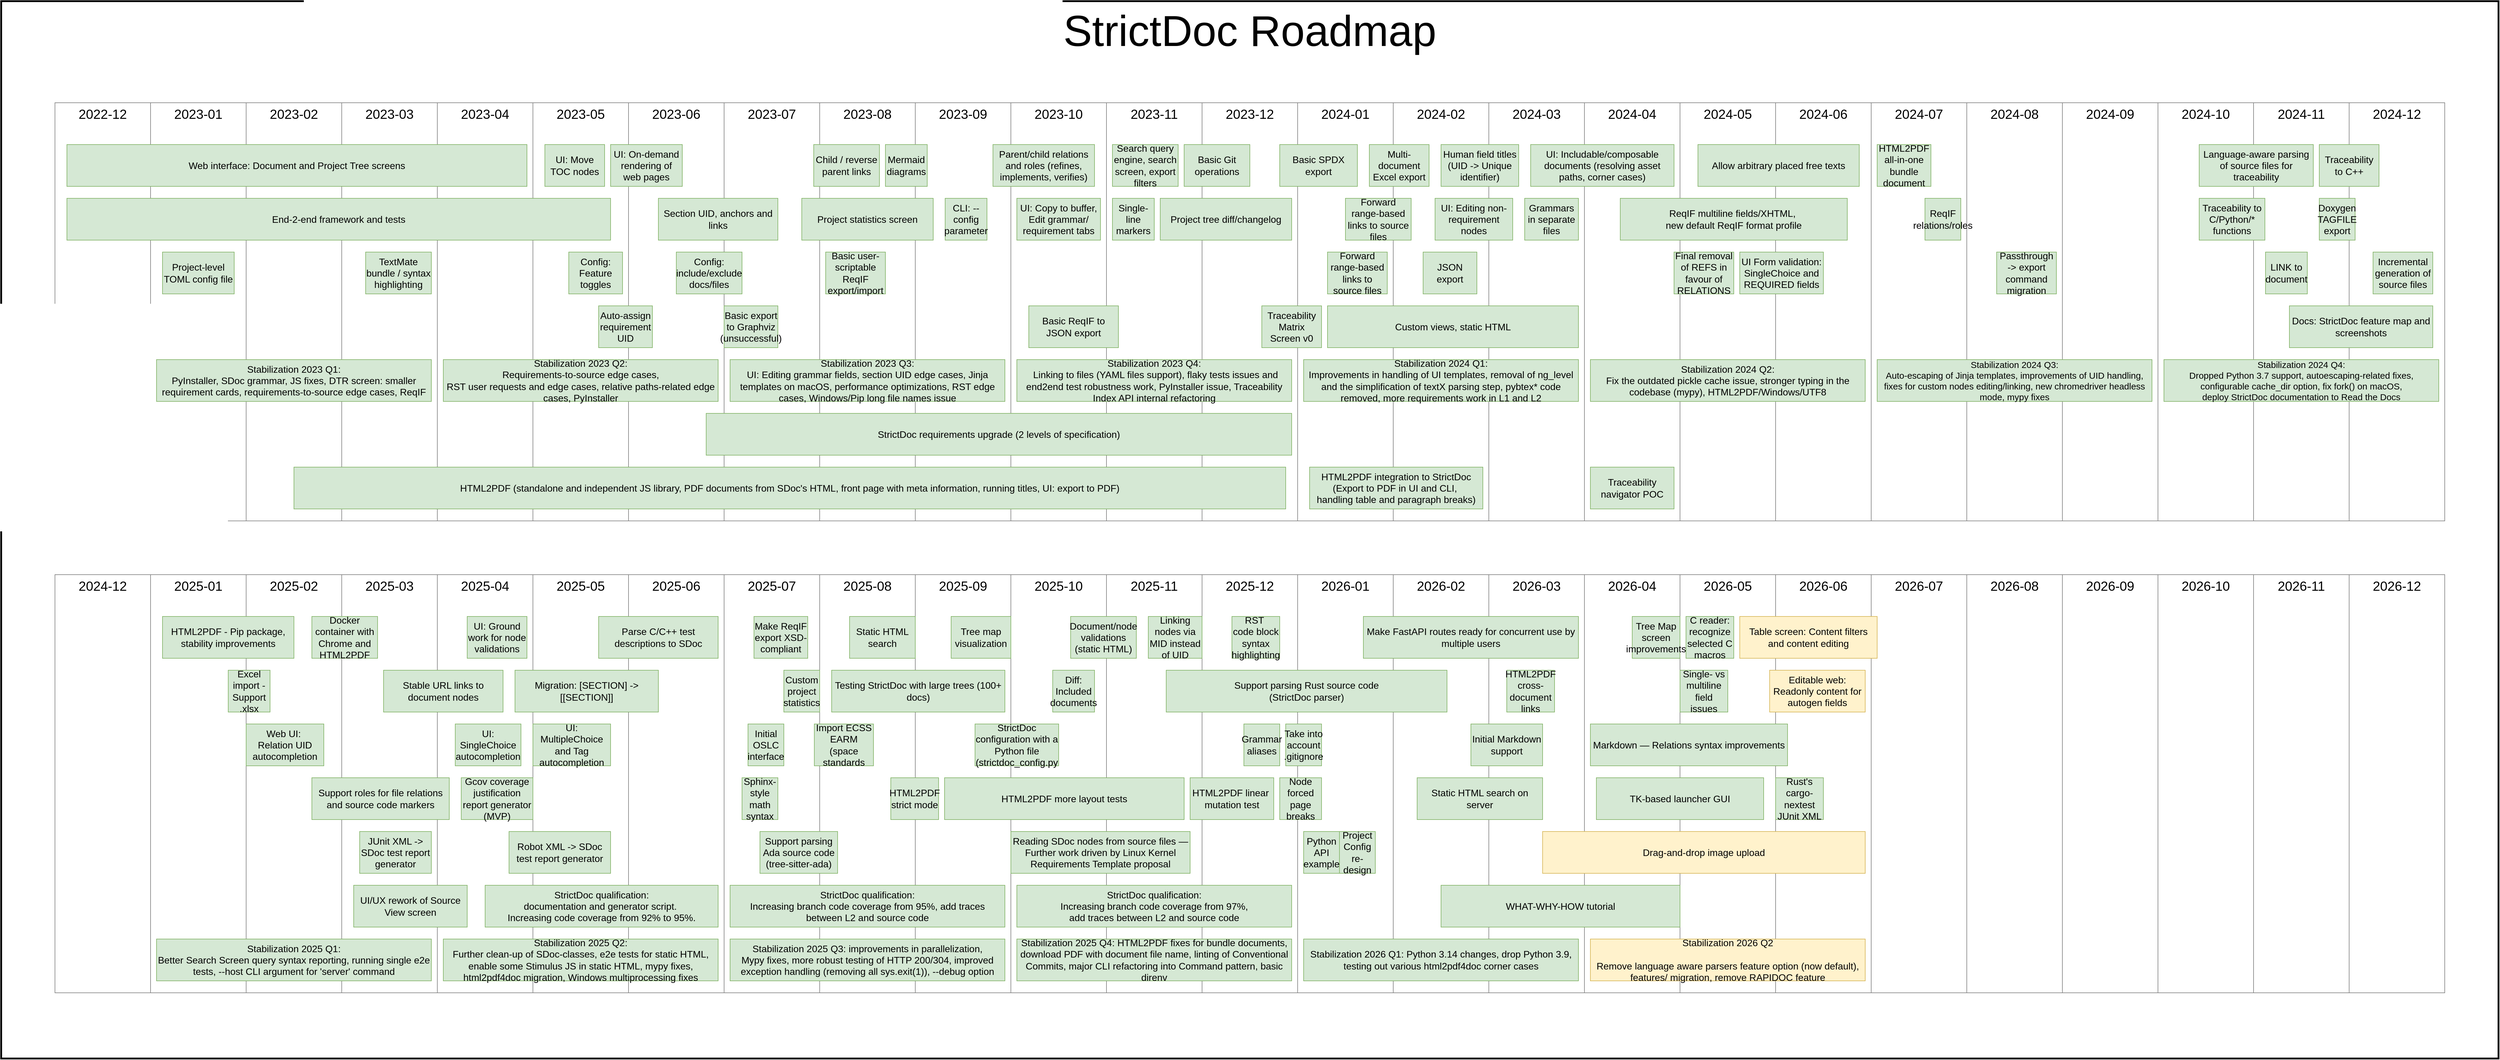
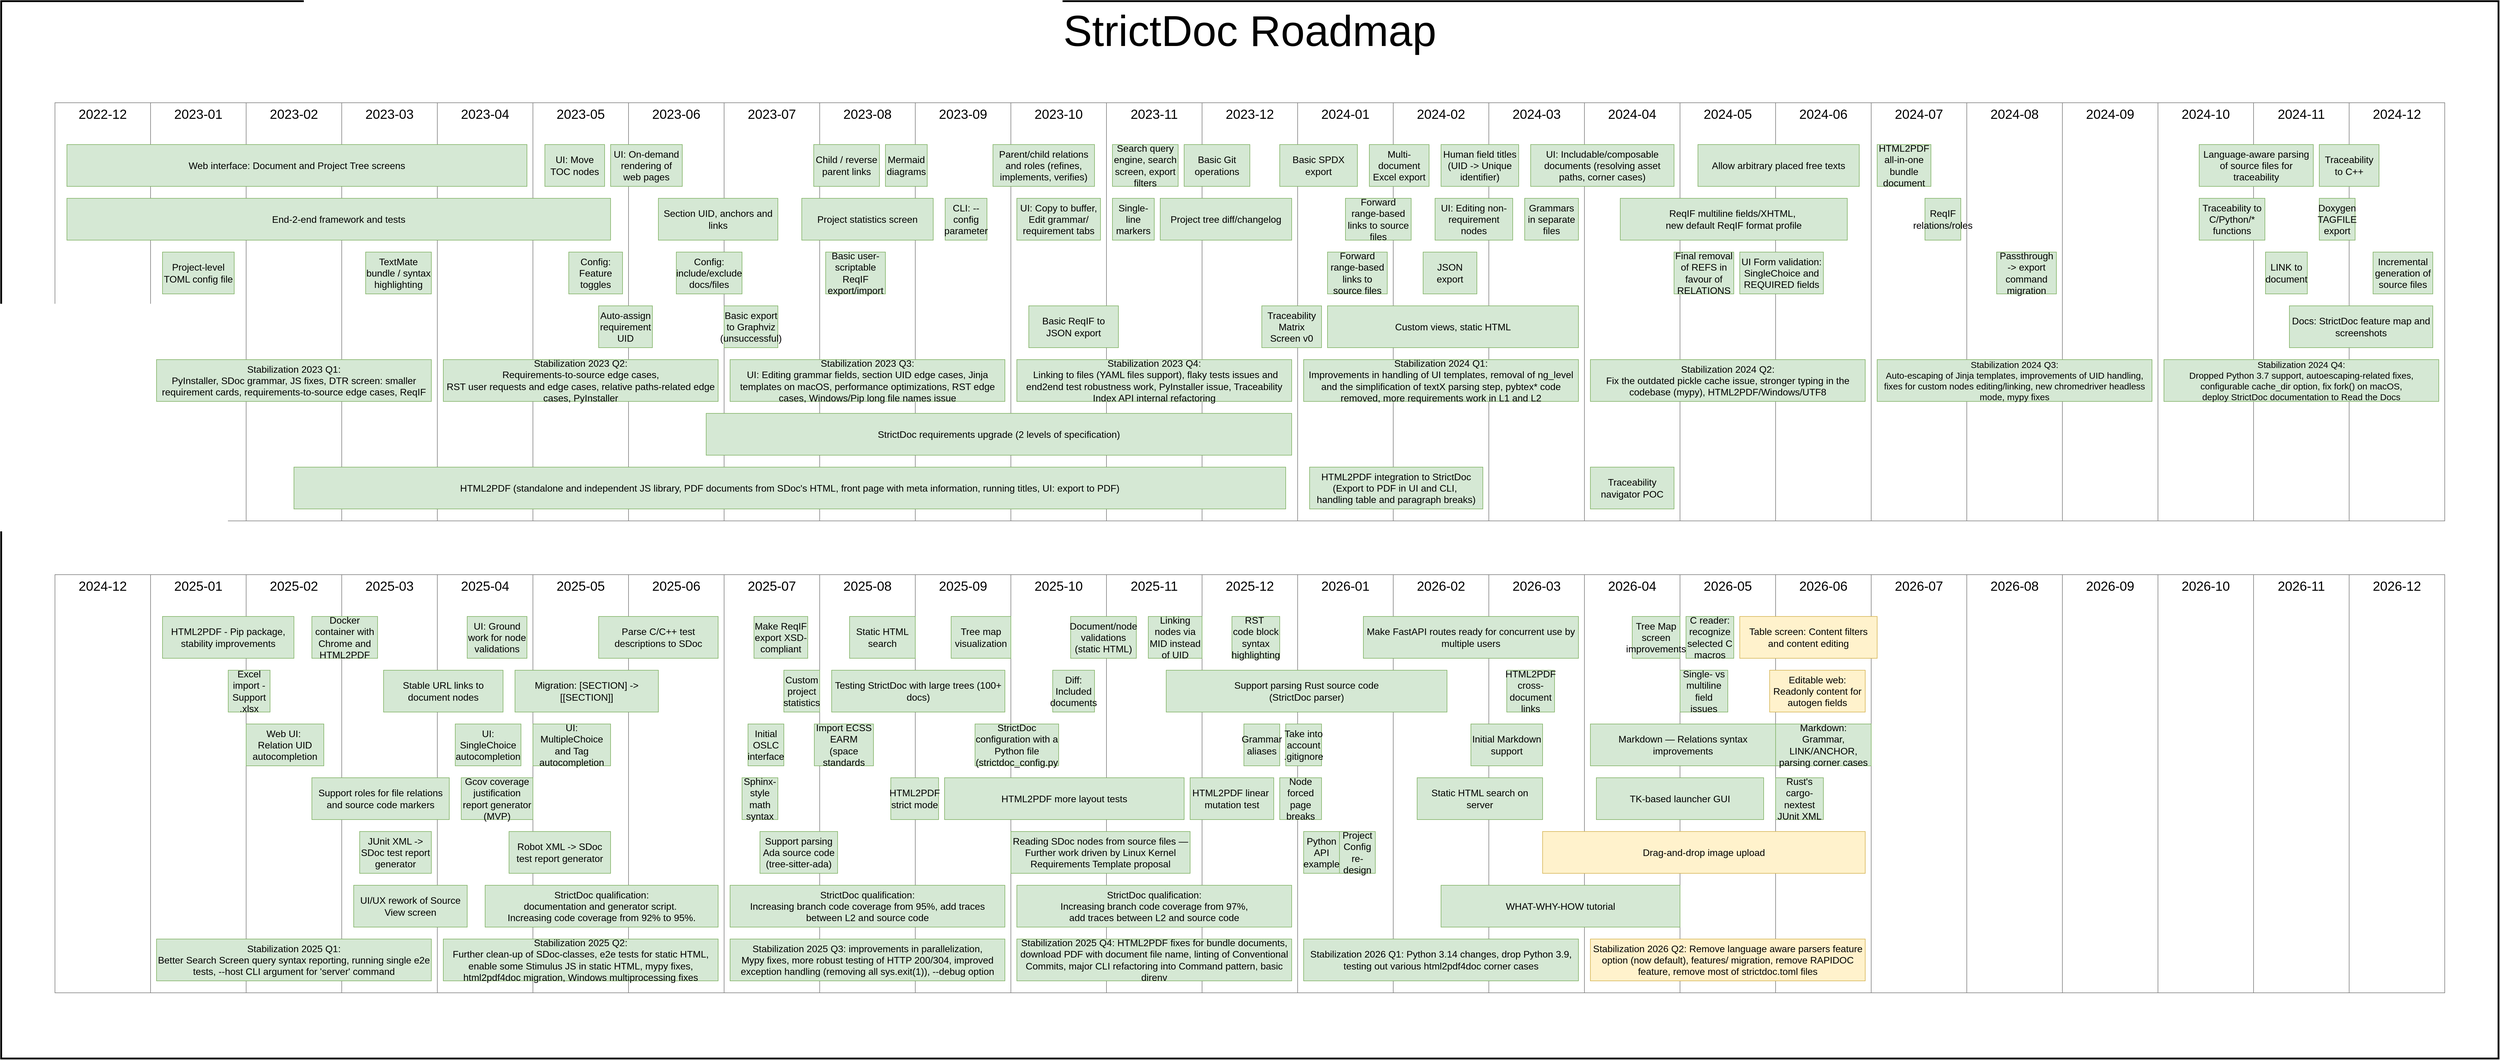
<mxfile host="Electron" agent="Mozilla/5.0 (X11; Linux x86_64) AppleWebKit/537.36 (KHTML, like Gecko) draw.io/28.2.5 Chrome/138.0.7204.251 Electron/37.6.1 Safari/537.36" version="28.2.5">
  <diagram name="Roadmap" id="QL4QDE5GQBR7DcBM7GMb">
-     <mxGraphModel dx="3850" dy="4237" grid="1" gridSize="10" guides="1" tooltips="1" connect="1" arrows="1" fold="1" page="1" pageScale="1" pageWidth="2339" pageHeight="3300" math="0" shadow="0">
+     <mxGraphModel dx="4152" dy="4424" grid="1" gridSize="10" guides="1" tooltips="1" connect="1" arrows="1" fold="1" page="1" pageScale="1" pageWidth="2339" pageHeight="3300" math="0" shadow="0">
      <root>
        <mxCell id="0" />
        <object label="Background" id="e4xbaoC47YMUbLc9hft--7">
          <mxCell style="" parent="0" />
        </object>
        <mxCell id="e4xbaoC47YMUbLc9hft--8" value="StrictDoc Roadmap" style="rounded=0;whiteSpace=wrap;html=1;verticalAlign=top;fontSize=72;strokeWidth=3;" parent="e4xbaoC47YMUbLc9hft--7" vertex="1">
          <mxGeometry x="-1450" y="-130" width="4180" height="1770" as="geometry" />
        </mxCell>
        <object label="Months" id="1">
          <mxCell style="locked=1;" parent="0" />
        </object>
        <mxCell id="5Hoejhb2v4ojji3GJ6aL-1" value="2023-09" style="rounded=0;whiteSpace=wrap;fontSize=22;verticalAlign=top;strokeColor=#808080;html=1;labelBorderColor=none;labelBackgroundColor=none;" parent="1" vertex="1">
          <mxGeometry x="80" y="40" width="160" height="700" as="geometry" />
        </mxCell>
        <mxCell id="5Hoejhb2v4ojji3GJ6aL-2" value="2023-10" style="rounded=0;whiteSpace=wrap;fontSize=22;verticalAlign=top;strokeColor=#808080;html=1;labelBorderColor=none;labelBackgroundColor=none;" parent="1" vertex="1">
          <mxGeometry x="240" y="40" width="160" height="700" as="geometry" />
        </mxCell>
        <mxCell id="5Hoejhb2v4ojji3GJ6aL-3" value="2023-11" style="rounded=0;whiteSpace=wrap;fontSize=22;verticalAlign=top;strokeColor=#808080;html=1;labelBorderColor=none;labelBackgroundColor=none;" parent="1" vertex="1">
          <mxGeometry x="400" y="40" width="160" height="700" as="geometry" />
        </mxCell>
        <mxCell id="5Hoejhb2v4ojji3GJ6aL-4" value="2023-12" style="rounded=0;whiteSpace=wrap;fontSize=22;verticalAlign=top;strokeColor=#808080;html=1;labelBorderColor=none;labelBackgroundColor=none;" parent="1" vertex="1">
          <mxGeometry x="560" y="40" width="160" height="700" as="geometry" />
        </mxCell>
        <mxCell id="5Hoejhb2v4ojji3GJ6aL-6" value="2023-08" style="rounded=0;whiteSpace=wrap;fontSize=22;verticalAlign=top;strokeColor=#808080;html=1;labelBorderColor=none;labelBackgroundColor=none;" parent="1" vertex="1">
          <mxGeometry x="-80" y="40" width="160" height="700" as="geometry" />
        </mxCell>
        <mxCell id="5Hoejhb2v4ojji3GJ6aL-7" value="2023-07" style="rounded=0;whiteSpace=wrap;fontSize=22;verticalAlign=top;strokeColor=#808080;html=1;labelBorderColor=none;labelBackgroundColor=none;" parent="1" vertex="1">
          <mxGeometry x="-240" y="40" width="160" height="700" as="geometry" />
        </mxCell>
        <mxCell id="5Hoejhb2v4ojji3GJ6aL-8" value="2023-06" style="rounded=0;whiteSpace=wrap;fontSize=22;verticalAlign=top;strokeColor=#808080;html=1;labelBorderColor=none;labelBackgroundColor=none;" parent="1" vertex="1">
          <mxGeometry x="-400" y="40" width="160" height="700" as="geometry" />
        </mxCell>
        <mxCell id="5Hoejhb2v4ojji3GJ6aL-9" value="2023-05" style="rounded=0;whiteSpace=wrap;fontSize=22;verticalAlign=top;strokeColor=#808080;html=1;labelBorderColor=none;labelBackgroundColor=none;" parent="1" vertex="1">
          <mxGeometry x="-560" y="40" width="160" height="700" as="geometry" />
        </mxCell>
        <mxCell id="5Hoejhb2v4ojji3GJ6aL-10" value="2023-04" style="rounded=0;whiteSpace=wrap;fontSize=22;verticalAlign=top;strokeColor=#808080;html=1;labelBorderColor=none;labelBackgroundColor=none;" parent="1" vertex="1">
          <mxGeometry x="-720" y="40" width="160" height="700" as="geometry" />
        </mxCell>
        <mxCell id="5Hoejhb2v4ojji3GJ6aL-11" value="2023-03" style="rounded=0;whiteSpace=wrap;fontSize=22;verticalAlign=top;strokeColor=#808080;html=1;labelBorderColor=none;labelBackgroundColor=none;" parent="1" vertex="1">
          <mxGeometry x="-880" y="40" width="160" height="700" as="geometry" />
        </mxCell>
        <mxCell id="5Hoejhb2v4ojji3GJ6aL-12" value="2023-02" style="rounded=0;whiteSpace=wrap;fontSize=22;verticalAlign=top;strokeColor=#808080;html=1;labelBorderColor=none;labelBackgroundColor=none;" parent="1" vertex="1">
          <mxGeometry x="-1040" y="40" width="160" height="700" as="geometry" />
        </mxCell>
        <mxCell id="5Hoejhb2v4ojji3GJ6aL-13" value="2023-01" style="rounded=0;whiteSpace=wrap;fontSize=22;verticalAlign=top;strokeColor=#808080;html=1;labelBorderColor=none;labelBackgroundColor=none;" parent="1" vertex="1">
          <mxGeometry x="-1200" y="40" width="160" height="700" as="geometry" />
        </mxCell>
        <mxCell id="5Hoejhb2v4ojji3GJ6aL-25" value="2024-01" style="rounded=0;whiteSpace=wrap;fontSize=22;verticalAlign=top;strokeColor=#808080;html=1;labelBorderColor=none;labelBackgroundColor=none;" parent="1" vertex="1">
          <mxGeometry x="720" y="40" width="160" height="700" as="geometry" />
        </mxCell>
        <mxCell id="5Hoejhb2v4ojji3GJ6aL-26" value="2024-02" style="rounded=0;whiteSpace=wrap;fontSize=22;verticalAlign=top;strokeColor=#808080;html=1;labelBorderColor=none;labelBackgroundColor=none;" parent="1" vertex="1">
          <mxGeometry x="880" y="40" width="160" height="700" as="geometry" />
        </mxCell>
        <mxCell id="5Hoejhb2v4ojji3GJ6aL-27" value="2024-03" style="rounded=0;whiteSpace=wrap;fontSize=22;verticalAlign=top;strokeColor=#808080;html=1;labelBorderColor=none;labelBackgroundColor=none;" parent="1" vertex="1">
          <mxGeometry x="1040" y="40" width="160" height="700" as="geometry" />
        </mxCell>
        <mxCell id="5Hoejhb2v4ojji3GJ6aL-30" value="2024-04" style="rounded=0;whiteSpace=wrap;fontSize=22;verticalAlign=top;strokeColor=#808080;html=1;labelBorderColor=none;labelBackgroundColor=none;" parent="1" vertex="1">
          <mxGeometry x="1200" y="40" width="160" height="700" as="geometry" />
        </mxCell>
        <mxCell id="5Hoejhb2v4ojji3GJ6aL-31" value="2024-05" style="rounded=0;whiteSpace=wrap;fontSize=22;verticalAlign=top;strokeColor=#808080;html=1;labelBorderColor=none;labelBackgroundColor=none;" parent="1" vertex="1">
          <mxGeometry x="1360" y="40" width="160" height="700" as="geometry" />
        </mxCell>
        <mxCell id="5Hoejhb2v4ojji3GJ6aL-32" value="2024-06" style="rounded=0;whiteSpace=wrap;fontSize=22;verticalAlign=top;strokeColor=#808080;html=1;labelBorderColor=none;labelBackgroundColor=none;" parent="1" vertex="1">
          <mxGeometry x="1520" y="40" width="160" height="700" as="geometry" />
        </mxCell>
        <mxCell id="5Hoejhb2v4ojji3GJ6aL-33" value="2024-07" style="rounded=0;whiteSpace=wrap;fontSize=22;verticalAlign=top;strokeColor=#808080;html=1;labelBorderColor=none;labelBackgroundColor=none;" parent="1" vertex="1">
          <mxGeometry x="1680" y="40" width="160" height="700" as="geometry" />
        </mxCell>
        <mxCell id="5Hoejhb2v4ojji3GJ6aL-34" value="2024-08" style="rounded=0;whiteSpace=wrap;fontSize=22;verticalAlign=top;strokeColor=#808080;html=1;labelBorderColor=none;labelBackgroundColor=none;" parent="1" vertex="1">
          <mxGeometry x="1840" y="40" width="160" height="700" as="geometry" />
        </mxCell>
        <mxCell id="5Hoejhb2v4ojji3GJ6aL-35" value="2024-09" style="rounded=0;whiteSpace=wrap;fontSize=22;verticalAlign=top;strokeColor=#808080;html=1;labelBorderColor=none;labelBackgroundColor=none;" parent="1" vertex="1">
          <mxGeometry x="2000" y="40" width="160" height="700" as="geometry" />
        </mxCell>
        <mxCell id="5Hoejhb2v4ojji3GJ6aL-36" value="2024-10" style="rounded=0;whiteSpace=wrap;fontSize=22;verticalAlign=top;strokeColor=#808080;html=1;labelBorderColor=none;labelBackgroundColor=none;" parent="1" vertex="1">
          <mxGeometry x="2160" y="40" width="160" height="700" as="geometry" />
        </mxCell>
        <mxCell id="5Hoejhb2v4ojji3GJ6aL-37" value="2024-11" style="rounded=0;whiteSpace=wrap;fontSize=22;verticalAlign=top;strokeColor=#808080;html=1;labelBorderColor=none;labelBackgroundColor=none;" parent="1" vertex="1">
          <mxGeometry x="2320" y="40" width="160" height="700" as="geometry" />
        </mxCell>
        <mxCell id="5Hoejhb2v4ojji3GJ6aL-38" value="2024-12" style="rounded=0;whiteSpace=wrap;fontSize=22;verticalAlign=top;strokeColor=#808080;html=1;labelBorderColor=none;labelBackgroundColor=none;" parent="1" vertex="1">
          <mxGeometry x="2480" y="40" width="160" height="700" as="geometry" />
        </mxCell>
        <mxCell id="5Hoejhb2v4ojji3GJ6aL-47" value="2022-12" style="rounded=0;whiteSpace=wrap;fontSize=22;verticalAlign=top;strokeColor=#808080;html=1;labelBorderColor=none;labelBackgroundColor=none;" parent="1" vertex="1">
          <mxGeometry x="-1360" y="40" width="160" height="700" as="geometry" />
        </mxCell>
        <mxCell id="vFR2ddkQemEW3wiGzv8y-28" value="2025-09" style="rounded=0;whiteSpace=wrap;fontSize=22;verticalAlign=top;strokeColor=#808080;html=1;labelBorderColor=none;labelBackgroundColor=none;" parent="1" vertex="1">
          <mxGeometry x="80" y="830" width="160" height="700" as="geometry" />
        </mxCell>
        <mxCell id="vFR2ddkQemEW3wiGzv8y-29" value="2025-10" style="rounded=0;whiteSpace=wrap;fontSize=22;verticalAlign=top;strokeColor=#808080;html=1;labelBorderColor=none;labelBackgroundColor=none;" parent="1" vertex="1">
          <mxGeometry x="240" y="830" width="160" height="700" as="geometry" />
        </mxCell>
        <mxCell id="vFR2ddkQemEW3wiGzv8y-30" value="2025-11" style="rounded=0;whiteSpace=wrap;fontSize=22;verticalAlign=top;strokeColor=#808080;html=1;labelBorderColor=none;labelBackgroundColor=none;" parent="1" vertex="1">
          <mxGeometry x="400" y="830" width="160" height="700" as="geometry" />
        </mxCell>
        <mxCell id="vFR2ddkQemEW3wiGzv8y-31" value="2025-12" style="rounded=0;whiteSpace=wrap;fontSize=22;verticalAlign=top;strokeColor=#808080;html=1;labelBorderColor=none;labelBackgroundColor=none;" parent="1" vertex="1">
          <mxGeometry x="560" y="830" width="160" height="700" as="geometry" />
        </mxCell>
        <mxCell id="vFR2ddkQemEW3wiGzv8y-32" value="2025-08" style="rounded=0;whiteSpace=wrap;fontSize=22;verticalAlign=top;strokeColor=#808080;html=1;labelBorderColor=none;labelBackgroundColor=none;" parent="1" vertex="1">
          <mxGeometry x="-80" y="830" width="160" height="700" as="geometry" />
        </mxCell>
        <mxCell id="vFR2ddkQemEW3wiGzv8y-33" value="2025-07" style="rounded=0;whiteSpace=wrap;fontSize=22;verticalAlign=top;strokeColor=#808080;html=1;labelBorderColor=none;labelBackgroundColor=none;" parent="1" vertex="1">
          <mxGeometry x="-240" y="830" width="160" height="700" as="geometry" />
        </mxCell>
        <mxCell id="vFR2ddkQemEW3wiGzv8y-34" value="2025-06" style="rounded=0;whiteSpace=wrap;fontSize=22;verticalAlign=top;strokeColor=#808080;html=1;labelBorderColor=none;labelBackgroundColor=none;" parent="1" vertex="1">
          <mxGeometry x="-400" y="830" width="160" height="700" as="geometry" />
        </mxCell>
        <mxCell id="vFR2ddkQemEW3wiGzv8y-35" value="2025-05" style="rounded=0;whiteSpace=wrap;fontSize=22;verticalAlign=top;strokeColor=#808080;html=1;labelBorderColor=none;labelBackgroundColor=none;" parent="1" vertex="1">
          <mxGeometry x="-560" y="830" width="160" height="700" as="geometry" />
        </mxCell>
        <mxCell id="vFR2ddkQemEW3wiGzv8y-36" value="2025-04" style="rounded=0;whiteSpace=wrap;fontSize=22;verticalAlign=top;strokeColor=#808080;html=1;labelBorderColor=none;labelBackgroundColor=none;" parent="1" vertex="1">
          <mxGeometry x="-720" y="830" width="160" height="700" as="geometry" />
        </mxCell>
        <mxCell id="vFR2ddkQemEW3wiGzv8y-37" value="2025-03" style="rounded=0;whiteSpace=wrap;fontSize=22;verticalAlign=top;strokeColor=#808080;html=1;labelBorderColor=none;labelBackgroundColor=none;" parent="1" vertex="1">
          <mxGeometry x="-880" y="830" width="160" height="700" as="geometry" />
        </mxCell>
        <mxCell id="vFR2ddkQemEW3wiGzv8y-38" value="2025-02" style="rounded=0;whiteSpace=wrap;fontSize=22;verticalAlign=top;strokeColor=#808080;html=1;labelBorderColor=none;labelBackgroundColor=none;" parent="1" vertex="1">
          <mxGeometry x="-1040" y="830" width="160" height="700" as="geometry" />
        </mxCell>
        <mxCell id="vFR2ddkQemEW3wiGzv8y-39" value="2025-01" style="rounded=0;whiteSpace=wrap;fontSize=22;verticalAlign=top;strokeColor=#808080;html=1;labelBorderColor=none;labelBackgroundColor=none;" parent="1" vertex="1">
          <mxGeometry x="-1200" y="830" width="160" height="700" as="geometry" />
        </mxCell>
        <mxCell id="vFR2ddkQemEW3wiGzv8y-40" value="2026-01" style="rounded=0;whiteSpace=wrap;fontSize=22;verticalAlign=top;strokeColor=#808080;html=1;labelBorderColor=none;labelBackgroundColor=none;" parent="1" vertex="1">
          <mxGeometry x="720" y="830" width="160" height="700" as="geometry" />
        </mxCell>
        <mxCell id="vFR2ddkQemEW3wiGzv8y-41" value="2026-02" style="rounded=0;whiteSpace=wrap;fontSize=22;verticalAlign=top;strokeColor=#808080;html=1;labelBorderColor=none;labelBackgroundColor=none;" parent="1" vertex="1">
          <mxGeometry x="880" y="830" width="160" height="700" as="geometry" />
        </mxCell>
        <mxCell id="vFR2ddkQemEW3wiGzv8y-42" value="2026-03" style="rounded=0;whiteSpace=wrap;fontSize=22;verticalAlign=top;strokeColor=#808080;html=1;labelBorderColor=none;labelBackgroundColor=none;" parent="1" vertex="1">
          <mxGeometry x="1040" y="830" width="160" height="700" as="geometry" />
        </mxCell>
        <mxCell id="vFR2ddkQemEW3wiGzv8y-43" value="2026-04" style="rounded=0;whiteSpace=wrap;fontSize=22;verticalAlign=top;strokeColor=#808080;html=1;labelBorderColor=none;labelBackgroundColor=none;" parent="1" vertex="1">
          <mxGeometry x="1200" y="830" width="160" height="700" as="geometry" />
        </mxCell>
        <mxCell id="vFR2ddkQemEW3wiGzv8y-44" value="2026-05" style="rounded=0;whiteSpace=wrap;fontSize=22;verticalAlign=top;strokeColor=#808080;html=1;labelBorderColor=none;labelBackgroundColor=none;" parent="1" vertex="1">
          <mxGeometry x="1360" y="830" width="160" height="700" as="geometry" />
        </mxCell>
        <mxCell id="vFR2ddkQemEW3wiGzv8y-45" value="2026-06" style="rounded=0;whiteSpace=wrap;fontSize=22;verticalAlign=top;strokeColor=#808080;html=1;labelBorderColor=none;labelBackgroundColor=none;" parent="1" vertex="1">
          <mxGeometry x="1520" y="830" width="160" height="700" as="geometry" />
        </mxCell>
        <mxCell id="vFR2ddkQemEW3wiGzv8y-46" value="2026-07" style="rounded=0;whiteSpace=wrap;fontSize=22;verticalAlign=top;strokeColor=#808080;html=1;labelBorderColor=none;labelBackgroundColor=none;" parent="1" vertex="1">
          <mxGeometry x="1680" y="830" width="160" height="700" as="geometry" />
        </mxCell>
        <mxCell id="vFR2ddkQemEW3wiGzv8y-47" value="2026-08" style="rounded=0;whiteSpace=wrap;fontSize=22;verticalAlign=top;strokeColor=#808080;html=1;labelBorderColor=none;labelBackgroundColor=none;" parent="1" vertex="1">
          <mxGeometry x="1840" y="830" width="160" height="700" as="geometry" />
        </mxCell>
        <mxCell id="vFR2ddkQemEW3wiGzv8y-48" value="2026-09" style="rounded=0;whiteSpace=wrap;fontSize=22;verticalAlign=top;strokeColor=#808080;html=1;labelBorderColor=none;labelBackgroundColor=none;" parent="1" vertex="1">
          <mxGeometry x="2000" y="830" width="160" height="700" as="geometry" />
        </mxCell>
        <mxCell id="vFR2ddkQemEW3wiGzv8y-49" value="2026-10" style="rounded=0;whiteSpace=wrap;fontSize=22;verticalAlign=top;strokeColor=#808080;html=1;labelBorderColor=none;labelBackgroundColor=none;" parent="1" vertex="1">
          <mxGeometry x="2160" y="830" width="160" height="700" as="geometry" />
        </mxCell>
        <mxCell id="vFR2ddkQemEW3wiGzv8y-50" value="2026-11" style="rounded=0;whiteSpace=wrap;fontSize=22;verticalAlign=top;strokeColor=#808080;html=1;labelBorderColor=none;labelBackgroundColor=none;" parent="1" vertex="1">
          <mxGeometry x="2320" y="830" width="160" height="700" as="geometry" />
        </mxCell>
        <mxCell id="vFR2ddkQemEW3wiGzv8y-51" value="2026-12" style="rounded=0;whiteSpace=wrap;fontSize=22;verticalAlign=top;strokeColor=#808080;html=1;labelBorderColor=none;labelBackgroundColor=none;" parent="1" vertex="1">
          <mxGeometry x="2480" y="830" width="160" height="700" as="geometry" />
        </mxCell>
        <mxCell id="vFR2ddkQemEW3wiGzv8y-52" value="2024-12" style="rounded=0;whiteSpace=wrap;fontSize=22;verticalAlign=top;strokeColor=#808080;html=1;labelBorderColor=none;labelBackgroundColor=none;" parent="1" vertex="1">
          <mxGeometry x="-1360" y="830" width="160" height="700" as="geometry" />
        </mxCell>
        <object label="Clusters" id="5Hoejhb2v4ojji3GJ6aL-50">
          <mxCell style="locked=1;" parent="0" />
        </object>
        <object label="Figures" id="5Hoejhb2v4ojji3GJ6aL-5">
          <mxCell style="" parent="0" />
        </object>
        <mxCell id="5Hoejhb2v4ojji3GJ6aL-21" value="Child / reverse parent links" style="text;html=1;strokeColor=#82b366;fillColor=#d5e8d4;align=center;verticalAlign=middle;whiteSpace=wrap;rounded=0;fontStyle=0;fontSize=16;" parent="5Hoejhb2v4ojji3GJ6aL-5" vertex="1">
          <mxGeometry x="-90" y="110" width="110" height="70" as="geometry" />
        </mxCell>
        <mxCell id="5Hoejhb2v4ojji3GJ6aL-39" value="Section UID, anchors and links" style="text;html=1;strokeColor=#82b366;fillColor=#d5e8d4;align=center;verticalAlign=middle;whiteSpace=wrap;rounded=0;fontStyle=0;fontSize=16;" parent="5Hoejhb2v4ojji3GJ6aL-5" vertex="1">
          <mxGeometry x="-350" y="200" width="200" height="70" as="geometry" />
        </mxCell>
        <mxCell id="5Hoejhb2v4ojji3GJ6aL-40" value="Auto-assign requirement UID" style="text;html=1;strokeColor=#82b366;fillColor=#d5e8d4;align=center;verticalAlign=middle;whiteSpace=wrap;rounded=0;fontStyle=0;fontSize=16;" parent="5Hoejhb2v4ojji3GJ6aL-5" vertex="1">
          <mxGeometry x="-450" y="380" width="90" height="70" as="geometry" />
        </mxCell>
        <mxCell id="5Hoejhb2v4ojji3GJ6aL-42" value="TextMate bundle / syntax highlighting" style="text;html=1;strokeColor=#82b366;fillColor=#d5e8d4;align=center;verticalAlign=middle;whiteSpace=wrap;rounded=0;fontStyle=0;fontSize=16;" parent="5Hoejhb2v4ojji3GJ6aL-5" vertex="1">
          <mxGeometry x="-840" y="290" width="110" height="70" as="geometry" />
        </mxCell>
        <mxCell id="5Hoejhb2v4ojji3GJ6aL-14" value="Project statistics screen" style="text;html=1;strokeColor=#82b366;fillColor=#d5e8d4;align=center;verticalAlign=middle;whiteSpace=wrap;rounded=0;fontStyle=0;fontSize=16;" parent="5Hoejhb2v4ojji3GJ6aL-5" vertex="1">
          <mxGeometry x="-110" y="200" width="220" height="70" as="geometry" />
        </mxCell>
        <mxCell id="5Hoejhb2v4ojji3GJ6aL-15" value="HTML2PDF (standalone and independent JS library, PDF documents from SDoc&#39;s HTML, front page with meta information, running titles, UI: export to PDF)" style="text;html=1;strokeColor=#82b366;fillColor=#d5e8d4;align=center;verticalAlign=middle;whiteSpace=wrap;rounded=0;fontStyle=0;fontSize=16;" parent="5Hoejhb2v4ojji3GJ6aL-5" vertex="1">
          <mxGeometry x="-960" y="650" width="1660" height="70" as="geometry" />
        </mxCell>
        <mxCell id="5Hoejhb2v4ojji3GJ6aL-17" value="&lt;font color=&quot;#000000&quot;&gt;Traceability&lt;/font&gt;&lt;font color=&quot;#000000&quot;&gt; Matrix Screen v0&lt;br&gt;&lt;/font&gt;" style="text;html=1;strokeColor=#82b366;fillColor=#d5e8d4;align=center;verticalAlign=middle;whiteSpace=wrap;rounded=0;fontStyle=0;fontSize=16;" parent="5Hoejhb2v4ojji3GJ6aL-5" vertex="1">
          <mxGeometry x="660" y="380" width="100" height="70" as="geometry" />
        </mxCell>
        <mxCell id="5Hoejhb2v4ojji3GJ6aL-19" value="Basic user-scriptable ReqIF export/import" style="text;html=1;strokeColor=#82b366;fillColor=#d5e8d4;align=center;verticalAlign=middle;whiteSpace=wrap;rounded=0;fontStyle=0;fontSize=16;" parent="5Hoejhb2v4ojji3GJ6aL-5" vertex="1">
          <mxGeometry x="-70" y="290" width="100" height="70" as="geometry" />
        </mxCell>
        <mxCell id="5Hoejhb2v4ojji3GJ6aL-23" value="CLI: --config parameter" style="text;html=1;strokeColor=#82b366;fillColor=#d5e8d4;align=center;verticalAlign=middle;whiteSpace=wrap;rounded=0;fontStyle=0;fontSize=16;" parent="5Hoejhb2v4ojji3GJ6aL-5" vertex="1">
          <mxGeometry x="130" y="200" width="70" height="70" as="geometry" />
        </mxCell>
        <mxCell id="5Hoejhb2v4ojji3GJ6aL-43" value="StrictDoc requirements upgrade (2 levels of specification)" style="text;html=1;strokeColor=#82b366;fillColor=#d5e8d4;align=center;verticalAlign=middle;whiteSpace=wrap;rounded=0;fontStyle=0;fontSize=16;" parent="5Hoejhb2v4ojji3GJ6aL-5" vertex="1">
          <mxGeometry x="-270" y="560" width="980" height="70" as="geometry" />
        </mxCell>
        <mxCell id="5Hoejhb2v4ojji3GJ6aL-45" value="&lt;font color=&quot;#000000&quot;&gt;Basic SPDX export&lt;br&gt;&lt;/font&gt;" style="text;html=1;strokeColor=#82b366;fillColor=#d5e8d4;align=center;verticalAlign=middle;whiteSpace=wrap;rounded=0;fontStyle=0;fontSize=16;" parent="5Hoejhb2v4ojji3GJ6aL-5" vertex="1">
          <mxGeometry x="690" y="110" width="130" height="70" as="geometry" />
        </mxCell>
        <mxCell id="5Hoejhb2v4ojji3GJ6aL-48" value="Web interface: Document and Project Tree screens" style="text;html=1;strokeColor=#82b366;fillColor=#d5e8d4;align=center;verticalAlign=middle;whiteSpace=wrap;rounded=0;fontStyle=0;fontSize=16;" parent="5Hoejhb2v4ojji3GJ6aL-5" vertex="1">
          <mxGeometry x="-1340" y="110" width="770" height="70" as="geometry" />
        </mxCell>
        <mxCell id="5Hoejhb2v4ojji3GJ6aL-51" value="End-2-end framework and tests" style="text;html=1;strokeColor=#82b366;fillColor=#d5e8d4;align=center;verticalAlign=middle;whiteSpace=wrap;rounded=0;fontStyle=0;fontSize=16;" parent="5Hoejhb2v4ojji3GJ6aL-5" vertex="1">
          <mxGeometry x="-1340" y="200" width="910" height="70" as="geometry" />
        </mxCell>
        <mxCell id="5Hoejhb2v4ojji3GJ6aL-52" value="&lt;div&gt;UI: On-demand rendering of web pages&lt;/div&gt;" style="text;html=1;strokeColor=#82b366;fillColor=#d5e8d4;align=center;verticalAlign=middle;whiteSpace=wrap;rounded=0;fontStyle=0;fontSize=16;" parent="5Hoejhb2v4ojji3GJ6aL-5" vertex="1">
          <mxGeometry x="-430" y="110" width="120" height="70" as="geometry" />
        </mxCell>
        <mxCell id="5Hoejhb2v4ojji3GJ6aL-53" value="UI: Move TOC nodes" style="text;html=1;strokeColor=#82b366;fillColor=#d5e8d4;align=center;verticalAlign=middle;whiteSpace=wrap;rounded=0;fontStyle=0;fontSize=16;" parent="5Hoejhb2v4ojji3GJ6aL-5" vertex="1">
          <mxGeometry x="-540" y="110" width="100" height="70" as="geometry" />
        </mxCell>
        <mxCell id="5Hoejhb2v4ojji3GJ6aL-54" value="Project-level TOML config file" style="text;html=1;strokeColor=#82b366;fillColor=#d5e8d4;align=center;verticalAlign=middle;whiteSpace=wrap;rounded=0;fontStyle=0;fontSize=16;" parent="5Hoejhb2v4ojji3GJ6aL-5" vertex="1">
          <mxGeometry x="-1180" y="290" width="120" height="70" as="geometry" />
        </mxCell>
        <mxCell id="e4xbaoC47YMUbLc9hft--1" value="Config: Feature toggles" style="text;html=1;strokeColor=#82b366;fillColor=#d5e8d4;align=center;verticalAlign=middle;whiteSpace=wrap;rounded=0;fontStyle=0;fontSize=16;" parent="5Hoejhb2v4ojji3GJ6aL-5" vertex="1">
          <mxGeometry x="-500" y="290" width="90" height="70" as="geometry" />
        </mxCell>
        <mxCell id="e4xbaoC47YMUbLc9hft--2" value="&lt;div&gt;Stabilization 2023 Q1:&lt;br&gt;&lt;/div&gt;&lt;div&gt;PyInstaller, SDoc grammar, JS fixes, DTR screen: smaller requirement cards, requirements-to-source edge cases, ReqIF&lt;/div&gt;" style="text;html=1;strokeColor=#82b366;fillColor=#d5e8d4;align=center;verticalAlign=middle;whiteSpace=wrap;rounded=0;fontStyle=0;fontSize=16;" parent="5Hoejhb2v4ojji3GJ6aL-5" vertex="1">
          <mxGeometry x="-1190" y="470" width="460" height="70" as="geometry" />
        </mxCell>
        <mxCell id="e4xbaoC47YMUbLc9hft--3" value="&lt;div&gt;Stabilization 2023 Q2:&lt;br&gt;&lt;/div&gt;&lt;div&gt;Requirements-to-source edge cases, &lt;br&gt;&lt;/div&gt;RST user requests and edge cases, relative paths-related edge cases, PyInstaller" style="text;html=1;strokeColor=#82b366;fillColor=#d5e8d4;align=center;verticalAlign=middle;whiteSpace=wrap;rounded=0;fontStyle=0;fontSize=16;" parent="5Hoejhb2v4ojji3GJ6aL-5" vertex="1">
          <mxGeometry x="-710" y="470" width="460" height="70" as="geometry" />
        </mxCell>
        <mxCell id="e4xbaoC47YMUbLc9hft--4" value="Config: include/exclude docs/files" style="text;html=1;strokeColor=#82b366;fillColor=#d5e8d4;align=center;verticalAlign=middle;whiteSpace=wrap;rounded=0;fontStyle=0;fontSize=16;" parent="5Hoejhb2v4ojji3GJ6aL-5" vertex="1">
          <mxGeometry x="-320" y="290" width="110" height="70" as="geometry" />
        </mxCell>
        <mxCell id="e4xbaoC47YMUbLc9hft--5" value="&lt;div&gt;Stabilization 2023 Q3:&lt;br&gt;&lt;/div&gt;UI: Editing grammar fields, section UID edge cases, Jinja templates on macOS, performance optimizations, RST edge cases, Windows/Pip long file names issue" style="text;html=1;strokeColor=#82b366;fillColor=#d5e8d4;align=center;verticalAlign=middle;whiteSpace=wrap;rounded=0;fontStyle=0;fontSize=16;" parent="5Hoejhb2v4ojji3GJ6aL-5" vertex="1">
          <mxGeometry x="-230" y="470" width="460" height="70" as="geometry" />
        </mxCell>
        <mxCell id="e4xbaoC47YMUbLc9hft--9" value="&lt;div&gt;Mermaid&lt;/div&gt;&lt;div&gt;diagrams&lt;/div&gt;" style="text;html=1;strokeColor=#82b366;fillColor=#d5e8d4;align=center;verticalAlign=middle;whiteSpace=wrap;rounded=0;fontStyle=0;fontSize=16;" parent="5Hoejhb2v4ojji3GJ6aL-5" vertex="1">
          <mxGeometry x="30" y="110" width="70" height="70" as="geometry" />
        </mxCell>
        <mxCell id="e4xbaoC47YMUbLc9hft--18" value="&lt;div&gt;Stabilization 2023 Q4:&lt;/div&gt;&lt;div&gt;&amp;nbsp;Linking to files (YAML files support), flaky tests issues and end2end test robustness work, PyInstaller issue, Traceability Index API internal refactoring&lt;br&gt;&lt;/div&gt;" style="text;html=1;strokeColor=#82b366;fillColor=#d5e8d4;align=center;verticalAlign=middle;whiteSpace=wrap;rounded=0;fontStyle=0;fontSize=16;" parent="5Hoejhb2v4ojji3GJ6aL-5" vertex="1">
          <mxGeometry x="250" y="470" width="460" height="70" as="geometry" />
        </mxCell>
        <mxCell id="ZHUxJVqyrOpv6eid2pWU-1" value="Parent/child relations and roles (refines, implements, verifies)" style="text;html=1;strokeColor=#82b366;fillColor=#d5e8d4;align=center;verticalAlign=middle;whiteSpace=wrap;rounded=0;fontStyle=0;fontSize=16;" parent="5Hoejhb2v4ojji3GJ6aL-5" vertex="1">
          <mxGeometry x="210" y="110" width="170" height="70" as="geometry" />
        </mxCell>
        <mxCell id="ZHUxJVqyrOpv6eid2pWU-2" value="Basic ReqIF to JSON export" style="text;html=1;strokeColor=#82b366;fillColor=#d5e8d4;align=center;verticalAlign=middle;whiteSpace=wrap;rounded=0;fontStyle=0;fontSize=16;" parent="5Hoejhb2v4ojji3GJ6aL-5" vertex="1">
          <mxGeometry x="270" y="380" width="150" height="70" as="geometry" />
        </mxCell>
        <mxCell id="k8s1h_Z_zSzXEBWhGtG7-1" value="&lt;div&gt;UI: Copy to buffer, Edit grammar/&lt;/div&gt;&lt;div&gt;requirement tabs&lt;br&gt;&lt;/div&gt;" style="text;html=1;strokeColor=#82b366;fillColor=#d5e8d4;align=center;verticalAlign=middle;whiteSpace=wrap;rounded=0;fontStyle=0;fontSize=16;" parent="5Hoejhb2v4ojji3GJ6aL-5" vertex="1">
          <mxGeometry x="250" y="200" width="140" height="70" as="geometry" />
        </mxCell>
        <mxCell id="5td-1cRUoRHkrHs212uj-1" value="Search query engine, search screen, export filters" style="text;html=1;strokeColor=#82b366;fillColor=#d5e8d4;align=center;verticalAlign=middle;whiteSpace=wrap;rounded=0;fontStyle=0;fontSize=16;" parent="5Hoejhb2v4ojji3GJ6aL-5" vertex="1">
          <mxGeometry x="410" y="110" width="110" height="70" as="geometry" />
        </mxCell>
        <mxCell id="5td-1cRUoRHkrHs212uj-2" value="Single-line markers" style="text;html=1;strokeColor=#82b366;fillColor=#d5e8d4;align=center;verticalAlign=middle;whiteSpace=wrap;rounded=0;fontStyle=0;fontSize=16;" parent="5Hoejhb2v4ojji3GJ6aL-5" vertex="1">
          <mxGeometry x="410" y="200" width="70" height="70" as="geometry" />
        </mxCell>
        <mxCell id="bzxhuAx1fFq9lgteCzhm-1" value="&lt;font color=&quot;#000000&quot;&gt;Project tree diff/changelog&lt;/font&gt;" style="text;html=1;strokeColor=#82b366;fillColor=#d5e8d4;align=center;verticalAlign=middle;whiteSpace=wrap;rounded=0;fontStyle=0;fontSize=16;" parent="5Hoejhb2v4ojji3GJ6aL-5" vertex="1">
          <mxGeometry x="490" y="200" width="220" height="70" as="geometry" />
        </mxCell>
        <mxCell id="xoYxP1hTg36p0s3yFHkj-1" value="Docs: StrictDoc feature map and screenshots" style="text;html=1;strokeColor=#82b366;fillColor=#d5e8d4;align=center;verticalAlign=middle;whiteSpace=wrap;rounded=0;fontStyle=0;fontSize=16;" parent="5Hoejhb2v4ojji3GJ6aL-5" vertex="1">
          <mxGeometry x="2380" y="380" width="240" height="70" as="geometry" />
        </mxCell>
        <mxCell id="xoYxP1hTg36p0s3yFHkj-2" value="&lt;font color=&quot;#000000&quot;&gt;Traceability navigator POC&lt;br&gt;&lt;/font&gt;" style="text;html=1;align=center;verticalAlign=middle;whiteSpace=wrap;rounded=0;fontStyle=0;fontSize=16;fillColor=#d5e8d4;strokeColor=#82b366;" parent="5Hoejhb2v4ojji3GJ6aL-5" vertex="1">
          <mxGeometry x="1210" y="650" width="140" height="70" as="geometry" />
        </mxCell>
        <mxCell id="xoYxP1hTg36p0s3yFHkj-6" value="&lt;font color=&quot;#000000&quot;&gt;UI: Editing non-requirement nodes&lt;/font&gt;" style="text;html=1;strokeColor=#82b366;fillColor=#d5e8d4;align=center;verticalAlign=middle;whiteSpace=wrap;rounded=0;fontStyle=0;fontSize=16;" parent="5Hoejhb2v4ojji3GJ6aL-5" vertex="1">
          <mxGeometry x="950" y="200" width="130" height="70" as="geometry" />
        </mxCell>
        <mxCell id="xoYxP1hTg36p0s3yFHkj-7" value="Basic Git operations" style="text;html=1;strokeColor=#82b366;fillColor=#d5e8d4;align=center;verticalAlign=middle;whiteSpace=wrap;rounded=0;fontStyle=0;fontSize=16;" parent="5Hoejhb2v4ojji3GJ6aL-5" vertex="1">
          <mxGeometry x="530" y="110" width="110" height="70" as="geometry" />
        </mxCell>
        <mxCell id="fWdrbh18M2HJ4tMojr6s-1" value="&lt;font color=&quot;#000000&quot;&gt;Allow arbitrary placed free texts&lt;/font&gt;" style="text;html=1;strokeColor=#82b366;fillColor=#d5e8d4;align=center;verticalAlign=middle;whiteSpace=wrap;rounded=0;fontStyle=0;fontSize=16;" parent="5Hoejhb2v4ojji3GJ6aL-5" vertex="1">
          <mxGeometry x="1390" y="110" width="270" height="70" as="geometry" />
        </mxCell>
        <mxCell id="fWdrbh18M2HJ4tMojr6s-2" value="Basic export to Graphviz (unsuccessful)" style="text;html=1;strokeColor=#82b366;fillColor=#d5e8d4;align=center;verticalAlign=middle;whiteSpace=wrap;rounded=0;fontStyle=0;fontSize=16;" parent="5Hoejhb2v4ojji3GJ6aL-5" vertex="1">
          <mxGeometry x="-240" y="380" width="90" height="70" as="geometry" />
        </mxCell>
        <mxCell id="YCubefTHywfSa6VliQcR-1" value="Forward range-based links to source files" style="text;html=1;strokeColor=#82b366;fillColor=#d5e8d4;align=center;verticalAlign=middle;whiteSpace=wrap;rounded=0;fontStyle=0;fontSize=16;" parent="5Hoejhb2v4ojji3GJ6aL-5" vertex="1">
          <mxGeometry x="770" y="290" width="100" height="70" as="geometry" />
        </mxCell>
        <mxCell id="YCubefTHywfSa6VliQcR-2" value="&lt;font color=&quot;#000000&quot;&gt;Custom views&lt;/font&gt;, static HTML" style="text;html=1;strokeColor=#82b366;fillColor=#d5e8d4;align=center;verticalAlign=middle;whiteSpace=wrap;rounded=0;fontStyle=0;fontSize=16;" parent="5Hoejhb2v4ojji3GJ6aL-5" vertex="1">
          <mxGeometry x="770" y="380" width="420" height="70" as="geometry" />
        </mxCell>
        <mxCell id="YCubefTHywfSa6VliQcR-3" value="&lt;div&gt;HTML2PDF integration to StrictDoc (Export to PDF in UI and CLI,&amp;nbsp;&lt;/div&gt;&lt;div&gt;handling table and paragraph breaks)&lt;/div&gt;" style="text;html=1;strokeColor=#82b366;fillColor=#d5e8d4;align=center;verticalAlign=middle;whiteSpace=wrap;rounded=0;fontStyle=0;fontSize=16;" parent="5Hoejhb2v4ojji3GJ6aL-5" vertex="1">
          <mxGeometry x="740" y="650" width="290" height="70" as="geometry" />
        </mxCell>
        <mxCell id="q5IPKXtHMBc3mqMKsgA0-1" value="&lt;font color=&quot;#000000&quot;&gt;Grammars in separate files&lt;br&gt;&lt;/font&gt;" style="text;html=1;strokeColor=#82b366;fillColor=#d5e8d4;align=center;verticalAlign=middle;whiteSpace=wrap;rounded=0;fontStyle=0;fontSize=16;" parent="5Hoejhb2v4ojji3GJ6aL-5" vertex="1">
          <mxGeometry x="1100" y="200" width="90" height="70" as="geometry" />
        </mxCell>
        <mxCell id="q5IPKXtHMBc3mqMKsgA0-2" value="&lt;div&gt;Human field titles&lt;/div&gt;&lt;div&gt;(UID -&amp;gt; Unique identifier)&lt;br&gt;&lt;/div&gt;" style="text;html=1;strokeColor=#82b366;fillColor=#d5e8d4;align=center;verticalAlign=middle;whiteSpace=wrap;rounded=0;fontStyle=0;fontSize=16;" parent="5Hoejhb2v4ojji3GJ6aL-5" vertex="1">
          <mxGeometry x="960" y="110" width="130" height="70" as="geometry" />
        </mxCell>
        <mxCell id="q5IPKXtHMBc3mqMKsgA0-3" value="JSON export" style="text;html=1;strokeColor=#82b366;fillColor=#d5e8d4;align=center;verticalAlign=middle;whiteSpace=wrap;rounded=0;fontStyle=0;fontSize=16;" parent="5Hoejhb2v4ojji3GJ6aL-5" vertex="1">
          <mxGeometry x="930" y="290" width="90" height="70" as="geometry" />
        </mxCell>
        <mxCell id="q5IPKXtHMBc3mqMKsgA0-4" value="Forward range-based links to source files" style="text;html=1;strokeColor=#82b366;fillColor=#d5e8d4;align=center;verticalAlign=middle;whiteSpace=wrap;rounded=0;fontStyle=0;fontSize=16;" parent="5Hoejhb2v4ojji3GJ6aL-5" vertex="1">
          <mxGeometry x="800" y="200" width="110" height="70" as="geometry" />
        </mxCell>
        <mxCell id="q5IPKXtHMBc3mqMKsgA0-5" value="&lt;div&gt;Stabilization 2024 Q1:&lt;/div&gt;&lt;div&gt;Improvements in handling of UI templates, removal of ng_level and the simplification of textX parsing step, pybtex* code removed, more requirements work in L1 and L2 &lt;/div&gt;" style="text;html=1;strokeColor=#82b366;fillColor=#d5e8d4;align=center;verticalAlign=middle;whiteSpace=wrap;rounded=0;fontStyle=0;fontSize=16;" parent="5Hoejhb2v4ojji3GJ6aL-5" vertex="1">
          <mxGeometry x="730" y="470" width="460" height="70" as="geometry" />
        </mxCell>
        <mxCell id="q5IPKXtHMBc3mqMKsgA0-6" value="Multi-document Excel export" style="text;html=1;strokeColor=#82b366;fillColor=#d5e8d4;align=center;verticalAlign=middle;whiteSpace=wrap;rounded=0;fontStyle=0;fontSize=16;" parent="5Hoejhb2v4ojji3GJ6aL-5" vertex="1">
          <mxGeometry x="840" y="110" width="100" height="70" as="geometry" />
        </mxCell>
        <mxCell id="q5IPKXtHMBc3mqMKsgA0-7" value="&lt;font color=&quot;#000000&quot;&gt;UI: Includable/composable documents&lt;/font&gt;&lt;font color=&quot;#000000&quot;&gt; (resolving asset paths, corner cases)&lt;br&gt;&lt;/font&gt;" style="text;html=1;strokeColor=#82b366;fillColor=#d5e8d4;align=center;verticalAlign=middle;whiteSpace=wrap;rounded=0;fontStyle=0;fontSize=16;" parent="5Hoejhb2v4ojji3GJ6aL-5" vertex="1">
          <mxGeometry x="1110" y="110" width="240" height="70" as="geometry" />
        </mxCell>
        <mxCell id="9dWRTfwKY_ZTF-qxbLCA-1" value="&lt;div&gt;Stabilization 2024 Q2:&lt;/div&gt;&lt;div&gt;Fix the outdated pickle cache issue, stronger typing in the codebase (mypy), HTML2PDF/Windows/UTF8&lt;/div&gt;" style="text;html=1;strokeColor=#82b366;fillColor=#d5e8d4;align=center;verticalAlign=middle;whiteSpace=wrap;rounded=0;fontStyle=0;fontSize=16;" parent="5Hoejhb2v4ojji3GJ6aL-5" vertex="1">
          <mxGeometry x="1210" y="470" width="460" height="70" as="geometry" />
        </mxCell>
        <mxCell id="5oKDhfBHpDyuIblvIitN-1" value="&lt;div&gt;ReqIF multiline fields/XHTML,&amp;nbsp;&lt;/div&gt;&lt;div&gt;new default ReqIF format profile&lt;br&gt;&lt;/div&gt;" style="text;html=1;strokeColor=#82b366;fillColor=#d5e8d4;align=center;verticalAlign=middle;whiteSpace=wrap;rounded=0;fontStyle=0;fontSize=16;" parent="5Hoejhb2v4ojji3GJ6aL-5" vertex="1">
          <mxGeometry x="1260" y="200" width="380" height="70" as="geometry" />
        </mxCell>
        <mxCell id="BHpWnK0uKLfCvxolmVS--2" value="Final removal of REFS in favour of RELATIONS" style="text;html=1;strokeColor=#82b366;fillColor=#d5e8d4;align=center;verticalAlign=middle;whiteSpace=wrap;rounded=0;fontStyle=0;fontSize=16;" parent="5Hoejhb2v4ojji3GJ6aL-5" vertex="1">
          <mxGeometry x="1350" y="290" width="100" height="70" as="geometry" />
        </mxCell>
        <mxCell id="BHpWnK0uKLfCvxolmVS--3" value="UI Form validation: SingleChoice and REQUIRED fields" style="text;html=1;strokeColor=#82b366;fillColor=#d5e8d4;align=center;verticalAlign=middle;whiteSpace=wrap;rounded=0;fontStyle=0;fontSize=16;" parent="5Hoejhb2v4ojji3GJ6aL-5" vertex="1">
          <mxGeometry x="1460" y="290" width="140" height="70" as="geometry" />
        </mxCell>
        <mxCell id="M5iQXvj3tZWS6f2_-kH6-1" value="&lt;font color=&quot;#000000&quot;&gt;HTML2PDF &lt;br&gt;all-in-one bundle &lt;br&gt;document&lt;/font&gt;&lt;br&gt;" style="text;html=1;strokeColor=#82b366;fillColor=#d5e8d4;align=center;verticalAlign=middle;whiteSpace=wrap;rounded=0;fontStyle=0;fontSize=16;" parent="5Hoejhb2v4ojji3GJ6aL-5" vertex="1">
          <mxGeometry x="1690" y="110" width="90" height="70" as="geometry" />
        </mxCell>
        <mxCell id="M5iQXvj3tZWS6f2_-kH6-2" value="&lt;div style=&quot;font-size: 15px;&quot;&gt;Stabilization 2024 Q3:&lt;/div&gt;&lt;div style=&quot;font-size: 15px;&quot;&gt;Auto-escaping of Jinja templates, improvements of UID handling, fixes for custom nodes editing/linking, new chromedriver headless mode, mypy fixes&lt;/div&gt;" style="text;html=1;strokeColor=#82b366;fillColor=#d5e8d4;align=center;verticalAlign=middle;whiteSpace=wrap;rounded=0;fontStyle=0;fontSize=15;" parent="5Hoejhb2v4ojji3GJ6aL-5" vertex="1">
          <mxGeometry x="1690" y="470" width="460" height="70" as="geometry" />
        </mxCell>
        <mxCell id="M5iQXvj3tZWS6f2_-kH6-5" value="&lt;div&gt;&lt;font color=&quot;#000000&quot;&gt;ReqIF&lt;/font&gt;&lt;/div&gt;&lt;div&gt;&lt;font color=&quot;#000000&quot;&gt;relations/roles&lt;/font&gt;&lt;br&gt;&lt;/div&gt;" style="text;html=1;strokeColor=#82b366;fillColor=#d5e8d4;align=center;verticalAlign=middle;whiteSpace=wrap;rounded=0;fontStyle=0;fontSize=16;" parent="5Hoejhb2v4ojji3GJ6aL-5" vertex="1">
          <mxGeometry x="1770" y="200" width="60" height="70" as="geometry" />
        </mxCell>
        <mxCell id="M5iQXvj3tZWS6f2_-kH6-6" value="&lt;font color=&quot;#000000&quot;&gt;Passthrough -&amp;gt; export command migration&lt;/font&gt;" style="text;html=1;strokeColor=#82b366;fillColor=#d5e8d4;align=center;verticalAlign=middle;whiteSpace=wrap;rounded=0;fontStyle=0;fontSize=16;" parent="5Hoejhb2v4ojji3GJ6aL-5" vertex="1">
          <mxGeometry x="1890" y="290" width="100" height="70" as="geometry" />
        </mxCell>
        <mxCell id="DVGK4SHqakHRgEz5WcLX-1" value="&lt;div style=&quot;font-size: 15px;&quot;&gt;Stabilization 2024 Q4:&lt;/div&gt;&lt;div style=&quot;font-size: 15px;&quot;&gt;Dropped Python 3.7 support, autoescaping-related fixes, configurable cache_dir option, fix fork() on macOS,&lt;br&gt;&lt;/div&gt;&lt;div style=&quot;font-size: 15px;&quot;&gt;deploy StrictDoc documentation to Read the Docs&lt;br&gt;&lt;/div&gt;" style="text;html=1;strokeColor=#82b366;fillColor=#d5e8d4;align=center;verticalAlign=middle;whiteSpace=wrap;rounded=0;fontStyle=0;fontSize=15;" parent="5Hoejhb2v4ojji3GJ6aL-5" vertex="1">
          <mxGeometry x="2170" y="470" width="460" height="70" as="geometry" />
        </mxCell>
        <mxCell id="DVGK4SHqakHRgEz5WcLX-2" value="Traceability to C/Python/* functions" style="text;html=1;align=center;verticalAlign=middle;whiteSpace=wrap;rounded=0;fontStyle=0;fontSize=16;fillColor=#d5e8d4;strokeColor=#82b366;" parent="5Hoejhb2v4ojji3GJ6aL-5" vertex="1">
          <mxGeometry x="2229" y="200" width="110" height="70" as="geometry" />
        </mxCell>
        <mxCell id="Q921SkYYr6UFh-46NOXI-1" value="Language-aware parsing of source files for traceability" style="text;html=1;align=center;verticalAlign=middle;whiteSpace=wrap;rounded=0;fontStyle=0;fontSize=16;fillColor=#d5e8d4;strokeColor=#82b366;" parent="5Hoejhb2v4ojji3GJ6aL-5" vertex="1">
          <mxGeometry x="2229" y="110" width="191" height="70" as="geometry" />
        </mxCell>
        <mxCell id="eXEqTkGTZLtlY54Fnls3-1" value="LINK to document" style="text;html=1;align=center;verticalAlign=middle;whiteSpace=wrap;rounded=0;fontStyle=0;fontSize=16;fillColor=#d5e8d4;strokeColor=#82b366;" parent="5Hoejhb2v4ojji3GJ6aL-5" vertex="1">
          <mxGeometry x="2340" y="290" width="70" height="70" as="geometry" />
        </mxCell>
        <mxCell id="eXEqTkGTZLtlY54Fnls3-2" value="Traceability to C++" style="text;html=1;align=center;verticalAlign=middle;whiteSpace=wrap;rounded=0;fontStyle=0;fontSize=16;fillColor=#d5e8d4;strokeColor=#82b366;" parent="5Hoejhb2v4ojji3GJ6aL-5" vertex="1">
          <mxGeometry x="2430" y="110" width="100" height="70" as="geometry" />
        </mxCell>
        <mxCell id="8H-WTupFZFOCgWsWCiur-1" value="&lt;div&gt;Doxygen TAGFILE&lt;/div&gt;&lt;div&gt;export&lt;br&gt;&lt;/div&gt;" style="text;html=1;align=center;verticalAlign=middle;whiteSpace=wrap;rounded=0;fontStyle=0;fontSize=16;fillColor=#d5e8d4;strokeColor=#82b366;" parent="5Hoejhb2v4ojji3GJ6aL-5" vertex="1">
          <mxGeometry x="2430" y="200" width="60" height="70" as="geometry" />
        </mxCell>
        <mxCell id="NXW3nEukRnEIemB_1rk6-1" value="Incremental generation of source files" style="text;html=1;align=center;verticalAlign=middle;whiteSpace=wrap;rounded=0;fontStyle=0;fontSize=16;fillColor=#d5e8d4;strokeColor=#82b366;" parent="5Hoejhb2v4ojji3GJ6aL-5" vertex="1">
          <mxGeometry x="2520" y="290" width="100" height="70" as="geometry" />
        </mxCell>
        <mxCell id="vFR2ddkQemEW3wiGzv8y-53" value="HTML2PDF - Pip package, stability improvements" style="text;html=1;strokeColor=#82b366;fillColor=#d5e8d4;align=center;verticalAlign=middle;whiteSpace=wrap;rounded=0;fontStyle=0;fontSize=16;" parent="5Hoejhb2v4ojji3GJ6aL-5" vertex="1">
          <mxGeometry x="-1180" y="900" width="220" height="70" as="geometry" />
        </mxCell>
        <mxCell id="vFR2ddkQemEW3wiGzv8y-54" value="Excel import - Support .xlsx" style="text;html=1;strokeColor=#82b366;fillColor=#d5e8d4;align=center;verticalAlign=middle;whiteSpace=wrap;rounded=0;fontStyle=0;fontSize=16;" parent="5Hoejhb2v4ojji3GJ6aL-5" vertex="1">
          <mxGeometry x="-1070" y="990" width="70" height="70" as="geometry" />
        </mxCell>
        <mxCell id="2FAFVsbkAT3x3odHAFQI-1" value="&lt;div&gt;Web UI:&amp;nbsp;&lt;/div&gt;&lt;div&gt;Relation UID autocompletion&lt;/div&gt;" style="text;html=1;strokeColor=#82b366;fillColor=#d5e8d4;align=center;verticalAlign=middle;whiteSpace=wrap;rounded=0;fontStyle=0;fontSize=16;" parent="5Hoejhb2v4ojji3GJ6aL-5" vertex="1">
          <mxGeometry x="-1040" y="1080" width="130" height="70" as="geometry" />
        </mxCell>
        <mxCell id="2FAFVsbkAT3x3odHAFQI-2" value="&lt;div&gt;Stabilization 2025 Q1:&lt;br&gt;&lt;/div&gt;&lt;div&gt;Better Search Screen query syntax reporting, running single e2e tests, --host CLI argument for &#39;server&#39; command&lt;/div&gt;" style="text;html=1;strokeColor=#82b366;fillColor=#d5e8d4;align=center;verticalAlign=middle;whiteSpace=wrap;rounded=0;fontStyle=0;fontSize=16;" parent="5Hoejhb2v4ojji3GJ6aL-5" vertex="1">
          <mxGeometry x="-1190" y="1440" width="460" height="70" as="geometry" />
        </mxCell>
        <mxCell id="jwnssjy23zgWTyzq0ZdY-1" value="Support roles for file relations and source code markers" style="text;html=1;strokeColor=#82b366;fillColor=#d5e8d4;align=center;verticalAlign=middle;whiteSpace=wrap;rounded=0;fontStyle=0;fontSize=16;" parent="5Hoejhb2v4ojji3GJ6aL-5" vertex="1">
          <mxGeometry x="-930" y="1170" width="230" height="70" as="geometry" />
        </mxCell>
        <mxCell id="jwnssjy23zgWTyzq0ZdY-2" value="Docker container with Chrome and HTML2PDF" style="text;html=1;strokeColor=#82b366;fillColor=#d5e8d4;align=center;verticalAlign=middle;whiteSpace=wrap;rounded=0;fontStyle=0;fontSize=16;" parent="5Hoejhb2v4ojji3GJ6aL-5" vertex="1">
          <mxGeometry x="-930" y="900" width="110" height="70" as="geometry" />
        </mxCell>
        <mxCell id="jwnssjy23zgWTyzq0ZdY-3" value="UI/UX rework of Source View screen" style="text;html=1;strokeColor=#82b366;fillColor=#d5e8d4;align=center;verticalAlign=middle;whiteSpace=wrap;rounded=0;fontStyle=0;fontSize=16;" parent="5Hoejhb2v4ojji3GJ6aL-5" vertex="1">
          <mxGeometry x="-860" y="1350" width="190" height="70" as="geometry" />
        </mxCell>
        <mxCell id="jwnssjy23zgWTyzq0ZdY-4" value="Document/node&lt;div&gt;validations&lt;div&gt;(static HTML)&lt;/div&gt;&lt;/div&gt;" style="text;html=1;align=center;verticalAlign=middle;whiteSpace=wrap;rounded=0;fontStyle=0;fontSize=16;fillColor=#d5e8d4;strokeColor=#82b366;" parent="5Hoejhb2v4ojji3GJ6aL-5" vertex="1">
          <mxGeometry x="340" y="900" width="110" height="70" as="geometry" />
        </mxCell>
        <mxCell id="jwnssjy23zgWTyzq0ZdY-6" value="JUnit XML -&amp;gt; SDoc test report generator" style="text;html=1;strokeColor=#82b366;fillColor=#d5e8d4;align=center;verticalAlign=middle;whiteSpace=wrap;rounded=0;fontStyle=0;fontSize=16;" parent="5Hoejhb2v4ojji3GJ6aL-5" vertex="1">
          <mxGeometry x="-850" y="1260" width="120" height="70" as="geometry" />
        </mxCell>
        <mxCell id="5O99w3PwopgMqQQ5KaQY-1" value="&lt;div&gt;Stabilization 2025 Q2:&lt;br&gt;&lt;/div&gt;&lt;div&gt;Further clean-up of SDoc-classes, e2e tests for static HTML, enable some Stimulus JS in static HTML, mypy fixes, html2pdf4doc migration, Windows multiprocessing fixes&lt;/div&gt;" style="text;html=1;strokeColor=#82b366;fillColor=#d5e8d4;align=center;verticalAlign=middle;whiteSpace=wrap;rounded=0;fontStyle=0;fontSize=16;" parent="5Hoejhb2v4ojji3GJ6aL-5" vertex="1">
          <mxGeometry x="-710" y="1440" width="460" height="70" as="geometry" />
        </mxCell>
        <mxCell id="5O99w3PwopgMqQQ5KaQY-2" value="Gcov coverage justification report generator (MVP)" style="text;html=1;strokeColor=#82b366;fillColor=#d5e8d4;align=center;verticalAlign=middle;whiteSpace=wrap;rounded=0;fontStyle=0;fontSize=16;" parent="5Hoejhb2v4ojji3GJ6aL-5" vertex="1">
          <mxGeometry x="-680" y="1170" width="120" height="70" as="geometry" />
        </mxCell>
        <mxCell id="mmp19IjbKsf9JtkNIgzo-1" value="UI: Ground work for node validations" style="text;html=1;strokeColor=#82b366;fillColor=#d5e8d4;align=center;verticalAlign=middle;whiteSpace=wrap;rounded=0;fontStyle=0;fontSize=16;" parent="5Hoejhb2v4ojji3GJ6aL-5" vertex="1">
          <mxGeometry x="-670" y="900" width="100" height="70" as="geometry" />
        </mxCell>
        <mxCell id="mmp19IjbKsf9JtkNIgzo-2" value="Stable URL links to document nodes" style="text;html=1;strokeColor=#82b366;fillColor=#d5e8d4;align=center;verticalAlign=middle;whiteSpace=wrap;rounded=0;fontStyle=0;fontSize=16;" parent="5Hoejhb2v4ojji3GJ6aL-5" vertex="1">
          <mxGeometry x="-810" y="990" width="200" height="70" as="geometry" />
        </mxCell>
        <mxCell id="mmp19IjbKsf9JtkNIgzo-4" value="&lt;div&gt;StrictDoc qualification:&lt;/div&gt;&lt;div&gt;documentation and generator script.&amp;nbsp;&lt;/div&gt;&lt;div&gt;Increasing code coverage from 92% to 95%.&lt;/div&gt;" style="text;html=1;strokeColor=#82b366;fillColor=#d5e8d4;align=center;verticalAlign=middle;whiteSpace=wrap;rounded=0;fontStyle=0;fontSize=16;" parent="5Hoejhb2v4ojji3GJ6aL-5" vertex="1">
          <mxGeometry x="-640" y="1350" width="390" height="70" as="geometry" />
        </mxCell>
        <mxCell id="9eajPwNtl0Yfan4dj0gk-2" value="&lt;div&gt;Parse C/C++ test descriptions to SDoc&lt;/div&gt;" style="text;html=1;align=center;verticalAlign=middle;whiteSpace=wrap;rounded=0;fontStyle=0;fontSize=16;fillColor=#d5e8d4;strokeColor=#82b366;" parent="5Hoejhb2v4ojji3GJ6aL-5" vertex="1">
          <mxGeometry x="-450" y="900" width="200" height="70" as="geometry" />
        </mxCell>
        <mxCell id="9eajPwNtl0Yfan4dj0gk-3" value="Migration: [SECTION] -&amp;gt; [[SECTION]]" style="text;html=1;align=center;verticalAlign=middle;whiteSpace=wrap;rounded=0;fontStyle=0;fontSize=16;fillColor=#d5e8d4;strokeColor=#82b366;" parent="5Hoejhb2v4ojji3GJ6aL-5" vertex="1">
          <mxGeometry x="-590" y="990" width="240" height="70" as="geometry" />
        </mxCell>
        <mxCell id="9eajPwNtl0Yfan4dj0gk-4" value="Robot XML -&amp;gt; SDoc test report generator" style="text;html=1;align=center;verticalAlign=middle;whiteSpace=wrap;rounded=0;fontStyle=0;fontSize=16;fillColor=#d5e8d4;strokeColor=#82b366;" parent="5Hoejhb2v4ojji3GJ6aL-5" vertex="1">
          <mxGeometry x="-600" y="1260" width="170" height="70" as="geometry" />
        </mxCell>
        <mxCell id="9eajPwNtl0Yfan4dj0gk-6" value="UI: SingleChoice autocompletion" style="text;html=1;align=center;verticalAlign=middle;whiteSpace=wrap;rounded=0;fontStyle=0;fontSize=16;fillColor=#d5e8d4;strokeColor=#82b366;" parent="5Hoejhb2v4ojji3GJ6aL-5" vertex="1">
          <mxGeometry x="-690" y="1080" width="110" height="70" as="geometry" />
        </mxCell>
        <mxCell id="9eajPwNtl0Yfan4dj0gk-7" value="UI: MultipleChoice and Tag autocompletion" style="text;html=1;align=center;verticalAlign=middle;whiteSpace=wrap;rounded=0;fontStyle=0;fontSize=16;fillColor=#d5e8d4;strokeColor=#82b366;" parent="5Hoejhb2v4ojji3GJ6aL-5" vertex="1">
          <mxGeometry x="-560" y="1080" width="130" height="70" as="geometry" />
        </mxCell>
        <mxCell id="XZVLoPHtazhiIntYqJm0-1" value="&lt;div&gt;StrictDoc qualification:&lt;/div&gt;&lt;div&gt;Increasing branch code coverage from 95%, add traces between L2 and source code&lt;/div&gt;" style="text;html=1;strokeColor=#82b366;fillColor=#d5e8d4;align=center;verticalAlign=middle;whiteSpace=wrap;rounded=0;fontStyle=0;fontSize=16;" parent="5Hoejhb2v4ojji3GJ6aL-5" vertex="1">
          <mxGeometry x="-230" y="1350" width="460" height="70" as="geometry" />
        </mxCell>
        <mxCell id="XZVLoPHtazhiIntYqJm0-2" value="&lt;div&gt;Stabilization 2025 Q3: improvements in parallelization,&lt;/div&gt;&lt;div&gt;Mypy fixes, more robust testing of HTTP 200/304, improved exception handling (removing all sys.exit(1)), --debug option&lt;/div&gt;" style="text;html=1;strokeColor=#82b366;fillColor=#d5e8d4;align=center;verticalAlign=middle;whiteSpace=wrap;rounded=0;fontStyle=0;fontSize=16;" parent="5Hoejhb2v4ojji3GJ6aL-5" vertex="1">
          <mxGeometry x="-230" y="1440" width="460" height="70" as="geometry" />
        </mxCell>
        <mxCell id="DQXxV1SDU7K0vNSEASJG-1" value="Make ReqIF export XSD-compliant" style="text;html=1;align=center;verticalAlign=middle;whiteSpace=wrap;rounded=0;fontStyle=0;fontSize=16;fillColor=#d5e8d4;strokeColor=#82b366;" parent="5Hoejhb2v4ojji3GJ6aL-5" vertex="1">
          <mxGeometry x="-190" y="900" width="90" height="70" as="geometry" />
        </mxCell>
        <mxCell id="DQXxV1SDU7K0vNSEASJG-2" value="Initial OSLC interface" style="text;html=1;align=center;verticalAlign=middle;whiteSpace=wrap;rounded=0;fontStyle=0;fontSize=16;fillColor=#d5e8d4;strokeColor=#82b366;" parent="5Hoejhb2v4ojji3GJ6aL-5" vertex="1">
          <mxGeometry x="-200" y="1080" width="60" height="70" as="geometry" />
        </mxCell>
        <mxCell id="DQXxV1SDU7K0vNSEASJG-3" value="Sphinx-style math syntax" style="text;html=1;align=center;verticalAlign=middle;whiteSpace=wrap;rounded=0;fontStyle=0;fontSize=16;fillColor=#d5e8d4;strokeColor=#82b366;" parent="5Hoejhb2v4ojji3GJ6aL-5" vertex="1">
          <mxGeometry x="-210" y="1170" width="60" height="70" as="geometry" />
        </mxCell>
        <mxCell id="wGlYDuHkOPJJRXAxA-xv-1" value="Custom project statistics" style="text;html=1;align=center;verticalAlign=middle;whiteSpace=wrap;rounded=0;fontStyle=0;fontSize=16;fillColor=#d5e8d4;strokeColor=#82b366;" parent="5Hoejhb2v4ojji3GJ6aL-5" vertex="1">
          <mxGeometry x="-140" y="990" width="60" height="70" as="geometry" />
        </mxCell>
        <mxCell id="bVY8XDDc22kfF-ngX7oV-1" value="Static HTML search" style="text;html=1;align=center;verticalAlign=middle;whiteSpace=wrap;rounded=0;fontStyle=0;fontSize=16;fillColor=#d5e8d4;strokeColor=#82b366;" parent="5Hoejhb2v4ojji3GJ6aL-5" vertex="1">
          <mxGeometry x="-30" y="900" width="110" height="70" as="geometry" />
        </mxCell>
        <mxCell id="bVY8XDDc22kfF-ngX7oV-2" value="Testing StrictDoc with large trees (100+ docs)" style="text;html=1;align=center;verticalAlign=middle;whiteSpace=wrap;rounded=0;fontStyle=0;fontSize=16;fillColor=#d5e8d4;strokeColor=#82b366;" parent="5Hoejhb2v4ojji3GJ6aL-5" vertex="1">
          <mxGeometry x="-60" y="990" width="290" height="70" as="geometry" />
        </mxCell>
        <mxCell id="bVY8XDDc22kfF-ngX7oV-3" value="&lt;div&gt;Import ECSS EARM&lt;/div&gt;&lt;div&gt;(space standards&lt;/div&gt;" style="text;html=1;align=center;verticalAlign=middle;whiteSpace=wrap;rounded=0;fontStyle=0;fontSize=16;fillColor=#d5e8d4;strokeColor=#82b366;" parent="5Hoejhb2v4ojji3GJ6aL-5" vertex="1">
          <mxGeometry x="-89" y="1080" width="99" height="70" as="geometry" />
        </mxCell>
        <mxCell id="qf8SZqOVw3G4KriSUUQf-1" value="HTML2PDF strict mode" style="text;html=1;align=center;verticalAlign=middle;whiteSpace=wrap;rounded=0;fontStyle=0;fontSize=16;fillColor=#d5e8d4;strokeColor=#82b366;" parent="5Hoejhb2v4ojji3GJ6aL-5" vertex="1">
          <mxGeometry x="39" y="1170" width="80" height="70" as="geometry" />
        </mxCell>
        <mxCell id="hAngQm-B19KVU63WBlpS-1" value="Tree map visualization" style="text;html=1;align=center;verticalAlign=middle;whiteSpace=wrap;rounded=0;fontStyle=0;fontSize=16;fillColor=#d5e8d4;strokeColor=#82b366;" parent="5Hoejhb2v4ojji3GJ6aL-5" vertex="1">
          <mxGeometry x="140" y="900" width="100" height="70" as="geometry" />
        </mxCell>
        <mxCell id="hAngQm-B19KVU63WBlpS-2" value="&lt;div&gt;Support parsing Ada source code&lt;/div&gt;(tree-sitter-ada)" style="text;html=1;align=center;verticalAlign=middle;whiteSpace=wrap;rounded=0;fontStyle=0;fontSize=16;fillColor=#d5e8d4;strokeColor=#82b366;" parent="5Hoejhb2v4ojji3GJ6aL-5" vertex="1">
          <mxGeometry x="-180" y="1260" width="130" height="70" as="geometry" />
        </mxCell>
        <mxCell id="CJRkyjP5KVGCwtUBZvE2-1" value="HTML2PDF more layout tests" style="text;html=1;align=center;verticalAlign=middle;whiteSpace=wrap;rounded=0;fontStyle=0;fontSize=16;fillColor=#d5e8d4;strokeColor=#82b366;" parent="5Hoejhb2v4ojji3GJ6aL-5" vertex="1">
          <mxGeometry x="129" y="1170" width="401" height="70" as="geometry" />
        </mxCell>
        <mxCell id="CJRkyjP5KVGCwtUBZvE2-2" value="&lt;div&gt;StrictDoc qualification:&lt;/div&gt;&lt;div&gt;Increasing branch code coverage from 97%,&lt;/div&gt;&lt;div&gt;add traces between L2 and source code&lt;/div&gt;" style="text;html=1;strokeColor=#82b366;fillColor=#d5e8d4;align=center;verticalAlign=middle;whiteSpace=wrap;rounded=0;fontStyle=0;fontSize=16;" parent="5Hoejhb2v4ojji3GJ6aL-5" vertex="1">
          <mxGeometry x="250" y="1350" width="460" height="70" as="geometry" />
        </mxCell>
        <mxCell id="CJRkyjP5KVGCwtUBZvE2-3" value="&lt;div&gt;Stabilization 2025 Q4: HTML2PDF fixes for bundle documents, download PDF with document file name, linting of Conventional Commits, major CLI refactoring into Command pattern, basic direnv&lt;/div&gt;" style="text;html=1;strokeColor=#82b366;fillColor=#d5e8d4;align=center;verticalAlign=middle;whiteSpace=wrap;rounded=0;fontStyle=0;fontSize=16;" parent="5Hoejhb2v4ojji3GJ6aL-5" vertex="1">
          <mxGeometry x="250" y="1440" width="460" height="70" as="geometry" />
        </mxCell>
        <mxCell id="eRPcp-Zo6v9222eVP6_e-1" value="&lt;div&gt;StrictDoc configuration with a Python file (strictdoc_config.py&lt;/div&gt;" style="text;html=1;align=center;verticalAlign=middle;whiteSpace=wrap;rounded=0;fontStyle=0;fontSize=16;fillColor=#d5e8d4;strokeColor=#82b366;" parent="5Hoejhb2v4ojji3GJ6aL-5" vertex="1">
          <mxGeometry x="180" y="1080" width="140" height="70" as="geometry" />
        </mxCell>
        <mxCell id="eRPcp-Zo6v9222eVP6_e-2" value="&lt;div&gt;Reading SDoc nodes from source files — Further work driven by Linux Kernel Requirements Template proposal&lt;/div&gt;" style="text;html=1;align=center;verticalAlign=middle;whiteSpace=wrap;rounded=0;fontStyle=0;fontSize=16;fillColor=#d5e8d4;strokeColor=#82b366;" parent="5Hoejhb2v4ojji3GJ6aL-5" vertex="1">
          <mxGeometry x="240" y="1260" width="300" height="70" as="geometry" />
        </mxCell>
        <mxCell id="2Au77a0Va1j8vjX5-GUo-1" value="Diff: Included documents" style="text;html=1;align=center;verticalAlign=middle;whiteSpace=wrap;rounded=0;fontStyle=0;fontSize=16;fillColor=#d5e8d4;strokeColor=#82b366;" parent="5Hoejhb2v4ojji3GJ6aL-5" vertex="1">
          <mxGeometry x="310" y="990" width="70" height="70" as="geometry" />
        </mxCell>
        <mxCell id="OCJ0sT8p7vvNHOtbERSk-1" value="Linking nodes via MID instead of UID" style="text;html=1;align=center;verticalAlign=middle;whiteSpace=wrap;rounded=0;fontStyle=0;fontSize=16;fillColor=#d5e8d4;strokeColor=#82b366;" parent="5Hoejhb2v4ojji3GJ6aL-5" vertex="1">
          <mxGeometry x="470" y="900" width="90" height="70" as="geometry" />
        </mxCell>
        <mxCell id="N9cUJzr8JpDOqpJWMLWi-1" value="&lt;div&gt;&lt;font style=&quot;color: rgb(0, 0, 0);&quot;&gt;Support parsing Rust source code&lt;/font&gt;&lt;/div&gt;&lt;font style=&quot;color: rgb(0, 0, 0);&quot;&gt;(StrictDoc parser)&lt;/font&gt;" style="text;html=1;align=center;verticalAlign=middle;whiteSpace=wrap;rounded=0;fontStyle=0;fontSize=16;fillColor=#d5e8d4;strokeColor=#82b366;" parent="5Hoejhb2v4ojji3GJ6aL-5" vertex="1">
          <mxGeometry x="500" y="990" width="470" height="70" as="geometry" />
        </mxCell>
        <mxCell id="N9cUJzr8JpDOqpJWMLWi-2" value="&lt;div&gt;HTML2PDF linear&amp;nbsp;&lt;/div&gt;&lt;div&gt;mutation test&lt;/div&gt;" style="text;html=1;align=center;verticalAlign=middle;whiteSpace=wrap;rounded=0;fontStyle=0;fontSize=16;fillColor=#d5e8d4;strokeColor=#82b366;" parent="5Hoejhb2v4ojji3GJ6aL-5" vertex="1">
          <mxGeometry x="540" y="1170" width="140" height="70" as="geometry" />
        </mxCell>
        <mxCell id="qJYqoqn38ZtzMwR7RZV4-1" value="RST&amp;nbsp;&lt;div&gt;code block syntax highlighting&lt;/div&gt;" style="text;html=1;align=center;verticalAlign=middle;whiteSpace=wrap;rounded=0;fontStyle=0;fontSize=16;fillColor=#d5e8d4;strokeColor=#82b366;" parent="5Hoejhb2v4ojji3GJ6aL-5" vertex="1">
          <mxGeometry x="610" y="900" width="80" height="70" as="geometry" />
        </mxCell>
        <mxCell id="UIBK7DAsS_p9NtYpbiHR-1" value="&lt;div&gt;Node forced page breaks&lt;/div&gt;" style="text;html=1;align=center;verticalAlign=middle;whiteSpace=wrap;rounded=0;fontStyle=0;fontSize=16;fillColor=#d5e8d4;strokeColor=#82b366;" parent="5Hoejhb2v4ojji3GJ6aL-5" vertex="1">
          <mxGeometry x="690" y="1170" width="70" height="70" as="geometry" />
        </mxCell>
        <mxCell id="UIBK7DAsS_p9NtYpbiHR-2" value="Grammar aliases" style="text;html=1;align=center;verticalAlign=middle;whiteSpace=wrap;rounded=0;fontStyle=0;fontSize=16;fillColor=#d5e8d4;strokeColor=#82b366;" parent="5Hoejhb2v4ojji3GJ6aL-5" vertex="1">
          <mxGeometry x="630" y="1080" width="60" height="70" as="geometry" />
        </mxCell>
        <mxCell id="UIBK7DAsS_p9NtYpbiHR-3" value="Take into account .gitignore" style="text;html=1;align=center;verticalAlign=middle;whiteSpace=wrap;rounded=0;fontStyle=0;fontSize=16;fillColor=#d5e8d4;strokeColor=#82b366;" parent="5Hoejhb2v4ojji3GJ6aL-5" vertex="1">
          <mxGeometry x="700" y="1080" width="60" height="70" as="geometry" />
        </mxCell>
        <mxCell id="UIBK7DAsS_p9NtYpbiHR-4" value="&lt;div&gt;Stabilization 2026 Q1: Python 3.14 changes, drop Python 3.9, testing out various html2pdf4doc corner cases&lt;/div&gt;" style="text;html=1;strokeColor=#82b366;fillColor=#d5e8d4;align=center;verticalAlign=middle;whiteSpace=wrap;rounded=0;fontStyle=0;fontSize=16;" parent="5Hoejhb2v4ojji3GJ6aL-5" vertex="1">
          <mxGeometry x="730" y="1440" width="460" height="70" as="geometry" />
        </mxCell>
        <mxCell id="UIBK7DAsS_p9NtYpbiHR-5" value="&lt;div&gt;Python API example&lt;/div&gt;" style="text;html=1;align=center;verticalAlign=middle;whiteSpace=wrap;rounded=0;fontStyle=0;fontSize=16;fillColor=#d5e8d4;strokeColor=#82b366;" parent="5Hoejhb2v4ojji3GJ6aL-5" vertex="1">
          <mxGeometry x="730" y="1260" width="60" height="70" as="geometry" />
        </mxCell>
        <mxCell id="QXMQ5QSOgz17hu6IqZ7S-1" value="&lt;div&gt;Project Config&lt;/div&gt;&lt;div&gt;re-design&lt;/div&gt;" style="text;html=1;align=center;verticalAlign=middle;whiteSpace=wrap;rounded=0;fontStyle=0;fontSize=16;fillColor=#d5e8d4;strokeColor=#82b366;" parent="5Hoejhb2v4ojji3GJ6aL-5" vertex="1">
          <mxGeometry x="790" y="1260" width="60" height="70" as="geometry" />
        </mxCell>
        <mxCell id="RSrML0RW6xnv4YvW7EgN-1" value="&lt;div&gt;Make FastAPI routes ready for concurrent use by multiple users&lt;/div&gt;" style="text;html=1;align=center;verticalAlign=middle;whiteSpace=wrap;rounded=0;fontStyle=0;fontSize=16;fillColor=#d5e8d4;strokeColor=#82b366;" parent="5Hoejhb2v4ojji3GJ6aL-5" vertex="1">
          <mxGeometry x="830" y="900" width="360" height="70" as="geometry" />
        </mxCell>
        <mxCell id="i9ebHU4jXC01XqZ85zlA-1" value="&lt;div&gt;Initial Markdown support&lt;/div&gt;" style="text;html=1;align=center;verticalAlign=middle;whiteSpace=wrap;rounded=0;fontStyle=0;fontSize=16;fillColor=#d5e8d4;strokeColor=#82b366;" parent="5Hoejhb2v4ojji3GJ6aL-5" vertex="1">
          <mxGeometry x="1010" y="1080" width="120" height="70" as="geometry" />
        </mxCell>
        <mxCell id="9iJkdfeWUvHY5kI_EfWC-1" value="&lt;div&gt;Static HTML search on server&lt;/div&gt;" style="text;html=1;align=center;verticalAlign=middle;whiteSpace=wrap;rounded=0;fontStyle=0;fontSize=16;fillColor=#d5e8d4;strokeColor=#82b366;" parent="5Hoejhb2v4ojji3GJ6aL-5" vertex="1">
          <mxGeometry x="920" y="1170" width="210" height="70" as="geometry" />
        </mxCell>
        <mxCell id="3zg7_a4Cr1-tkNY---Zh-1" value="&lt;div&gt;HTML2PDF cross-document links&lt;/div&gt;" style="text;html=1;align=center;verticalAlign=middle;whiteSpace=wrap;rounded=0;fontStyle=0;fontSize=16;fillColor=#d5e8d4;strokeColor=#82b366;" parent="5Hoejhb2v4ojji3GJ6aL-5" vertex="1">
          <mxGeometry x="1070" y="990" width="80" height="70" as="geometry" />
        </mxCell>
        <mxCell id="3zg7_a4Cr1-tkNY---Zh-2" value="&lt;div&gt;Markdown — Relations syntax improvements&lt;/div&gt;" style="text;html=1;align=center;verticalAlign=middle;whiteSpace=wrap;rounded=0;fontStyle=0;fontSize=16;fillColor=#d5e8d4;strokeColor=#82b366;" parent="5Hoejhb2v4ojji3GJ6aL-5" vertex="1">
-           <mxGeometry x="1210" y="1080" width="330" height="70" as="geometry" />
-         </mxCell>
-         <mxCell id="NG1bawOdFmVwRv8Im0xz-1" value="&lt;div&gt;Stabilization 2026 Q2&lt;/div&gt;&lt;div&gt;&lt;br&gt;&lt;/div&gt;&lt;div&gt;Remove language aware parsers feature option (now default), features/ migration, remove RAPIDOC feature&lt;/div&gt;" style="text;html=1;strokeColor=#d6b656;fillColor=#fff2cc;align=center;verticalAlign=middle;whiteSpace=wrap;rounded=0;fontStyle=0;fontSize=16;" parent="5Hoejhb2v4ojji3GJ6aL-5" vertex="1">
+           <mxGeometry x="1210" y="1080" width="310" height="70" as="geometry" />
+         </mxCell>
+         <mxCell id="NG1bawOdFmVwRv8Im0xz-1" value="&lt;div&gt;Stabilization 2026 Q2:&amp;nbsp;&lt;span style=&quot;background-color: transparent; color: light-dark(rgb(0, 0, 0), rgb(255, 255, 255));&quot;&gt;Remove language aware parsers feature option (now default), features/ migration, remove RAPIDOC feature, remove most of strictdoc.toml files&lt;/span&gt;&lt;/div&gt;" style="text;html=1;strokeColor=#d6b656;fillColor=#fff2cc;align=center;verticalAlign=middle;whiteSpace=wrap;rounded=0;fontStyle=0;fontSize=16;" parent="5Hoejhb2v4ojji3GJ6aL-5" vertex="1">
          <mxGeometry x="1210" y="1440" width="460" height="70" as="geometry" />
        </mxCell>
        <mxCell id="NG1bawOdFmVwRv8Im0xz-2" value="&lt;div&gt;Drag-and-drop image upload&lt;/div&gt;" style="text;html=1;align=center;verticalAlign=middle;whiteSpace=wrap;rounded=0;fontStyle=0;fontSize=16;fillColor=#fff2cc;strokeColor=#d6b656;" parent="5Hoejhb2v4ojji3GJ6aL-5" vertex="1">
          <mxGeometry x="1130" y="1260" width="540" height="70" as="geometry" />
        </mxCell>
        <mxCell id="RImopIBfapGW27McXgfb-1" value="&lt;div&gt;Single- vs multiline field issues&lt;/div&gt;" style="text;html=1;align=center;verticalAlign=middle;whiteSpace=wrap;rounded=0;fontStyle=0;fontSize=16;fillColor=#d5e8d4;strokeColor=#82b366;" parent="5Hoejhb2v4ojji3GJ6aL-5" vertex="1">
          <mxGeometry x="1360" y="990" width="80" height="70" as="geometry" />
        </mxCell>
        <mxCell id="RImopIBfapGW27McXgfb-2" value="&lt;div&gt;Tree Map screen improvements&lt;/div&gt;" style="text;html=1;align=center;verticalAlign=middle;whiteSpace=wrap;rounded=0;fontStyle=0;fontSize=16;fillColor=#d5e8d4;strokeColor=#82b366;" parent="5Hoejhb2v4ojji3GJ6aL-5" vertex="1">
          <mxGeometry x="1280" y="900" width="80" height="70" as="geometry" />
        </mxCell>
        <mxCell id="RImopIBfapGW27McXgfb-3" value="&lt;div&gt;WHAT-WHY-HOW tutorial&lt;/div&gt;" style="text;html=1;align=center;verticalAlign=middle;whiteSpace=wrap;rounded=0;fontStyle=0;fontSize=16;fillColor=#d5e8d4;strokeColor=#82b366;" parent="5Hoejhb2v4ojji3GJ6aL-5" vertex="1">
          <mxGeometry x="960" y="1350" width="400" height="70" as="geometry" />
        </mxCell>
        <mxCell id="RImopIBfapGW27McXgfb-4" value="&lt;div&gt;C reader: recognize selected C macros&lt;/div&gt;" style="text;html=1;align=center;verticalAlign=middle;whiteSpace=wrap;rounded=0;fontStyle=0;fontSize=16;fillColor=#d5e8d4;strokeColor=#82b366;" parent="5Hoejhb2v4ojji3GJ6aL-5" vertex="1">
          <mxGeometry x="1370" y="900" width="80" height="70" as="geometry" />
        </mxCell>
        <mxCell id="S7qylqRdD8e5_p44ZXv2-1" value="&lt;div&gt;Table screen: Content filters and content editing&lt;/div&gt;" style="text;html=1;align=center;verticalAlign=middle;whiteSpace=wrap;rounded=0;fontStyle=0;fontSize=16;fillColor=#fff2cc;strokeColor=#d6b656;" parent="5Hoejhb2v4ojji3GJ6aL-5" vertex="1">
          <mxGeometry x="1460" y="900" width="230" height="70" as="geometry" />
        </mxCell>
        <mxCell id="m9XbbClwqRoo2d-S99YS-1" value="&lt;div&gt;Editable web: Readonly content for autogen fields&lt;/div&gt;" style="text;html=1;align=center;verticalAlign=middle;whiteSpace=wrap;rounded=0;fontStyle=0;fontSize=16;fillColor=#fff2cc;strokeColor=#d6b656;" parent="5Hoejhb2v4ojji3GJ6aL-5" vertex="1">
          <mxGeometry x="1510" y="990" width="160" height="70" as="geometry" />
        </mxCell>
        <mxCell id="m9XbbClwqRoo2d-S99YS-2" value="&lt;div&gt;TK-based launcher GUI&lt;/div&gt;" style="text;html=1;align=center;verticalAlign=middle;whiteSpace=wrap;rounded=0;fontStyle=0;fontSize=16;fillColor=#d5e8d4;strokeColor=#82b366;" parent="5Hoejhb2v4ojji3GJ6aL-5" vertex="1">
          <mxGeometry x="1220" y="1170" width="280" height="70" as="geometry" />
        </mxCell>
-         <mxCell id="5BSNgzyTaPeLpsCE4vZA-1" value="Rust&#39;s cargo-nextest JUnit XML" style="text;html=1;align=center;verticalAlign=middle;whiteSpace=wrap;rounded=0;fontStyle=0;fontSize=16;fillColor=#d5e8d4;strokeColor=#82b366;" vertex="1" parent="5Hoejhb2v4ojji3GJ6aL-5">
+         <mxCell id="5BSNgzyTaPeLpsCE4vZA-1" value="Rust&#39;s cargo-nextest JUnit XML" style="text;html=1;align=center;verticalAlign=middle;whiteSpace=wrap;rounded=0;fontStyle=0;fontSize=16;fillColor=#d5e8d4;strokeColor=#82b366;" parent="5Hoejhb2v4ojji3GJ6aL-5" vertex="1">
          <mxGeometry x="1520" y="1170" width="80" height="70" as="geometry" />
+         </mxCell>
+         <mxCell id="avZaHCUyBh2S1JCu4Szq-1" value="&lt;div&gt;Markdown:&lt;/div&gt;&lt;div&gt;&lt;span style=&quot;background-color: transparent; color: light-dark(rgb(0, 0, 0), rgb(255, 255, 255));&quot;&gt;Grammar, LINK/ANCHOR, parsing corner cases&lt;/span&gt;&lt;/div&gt;" style="text;html=1;align=center;verticalAlign=middle;whiteSpace=wrap;rounded=0;fontStyle=0;fontSize=16;fillColor=#d5e8d4;strokeColor=#82b366;" vertex="1" parent="5Hoejhb2v4ojji3GJ6aL-5">
+           <mxGeometry x="1520" y="1080" width="160" height="70" as="geometry" />
        </mxCell>
      </root>
    </mxGraphModel>
  </diagram>
</mxfile>
